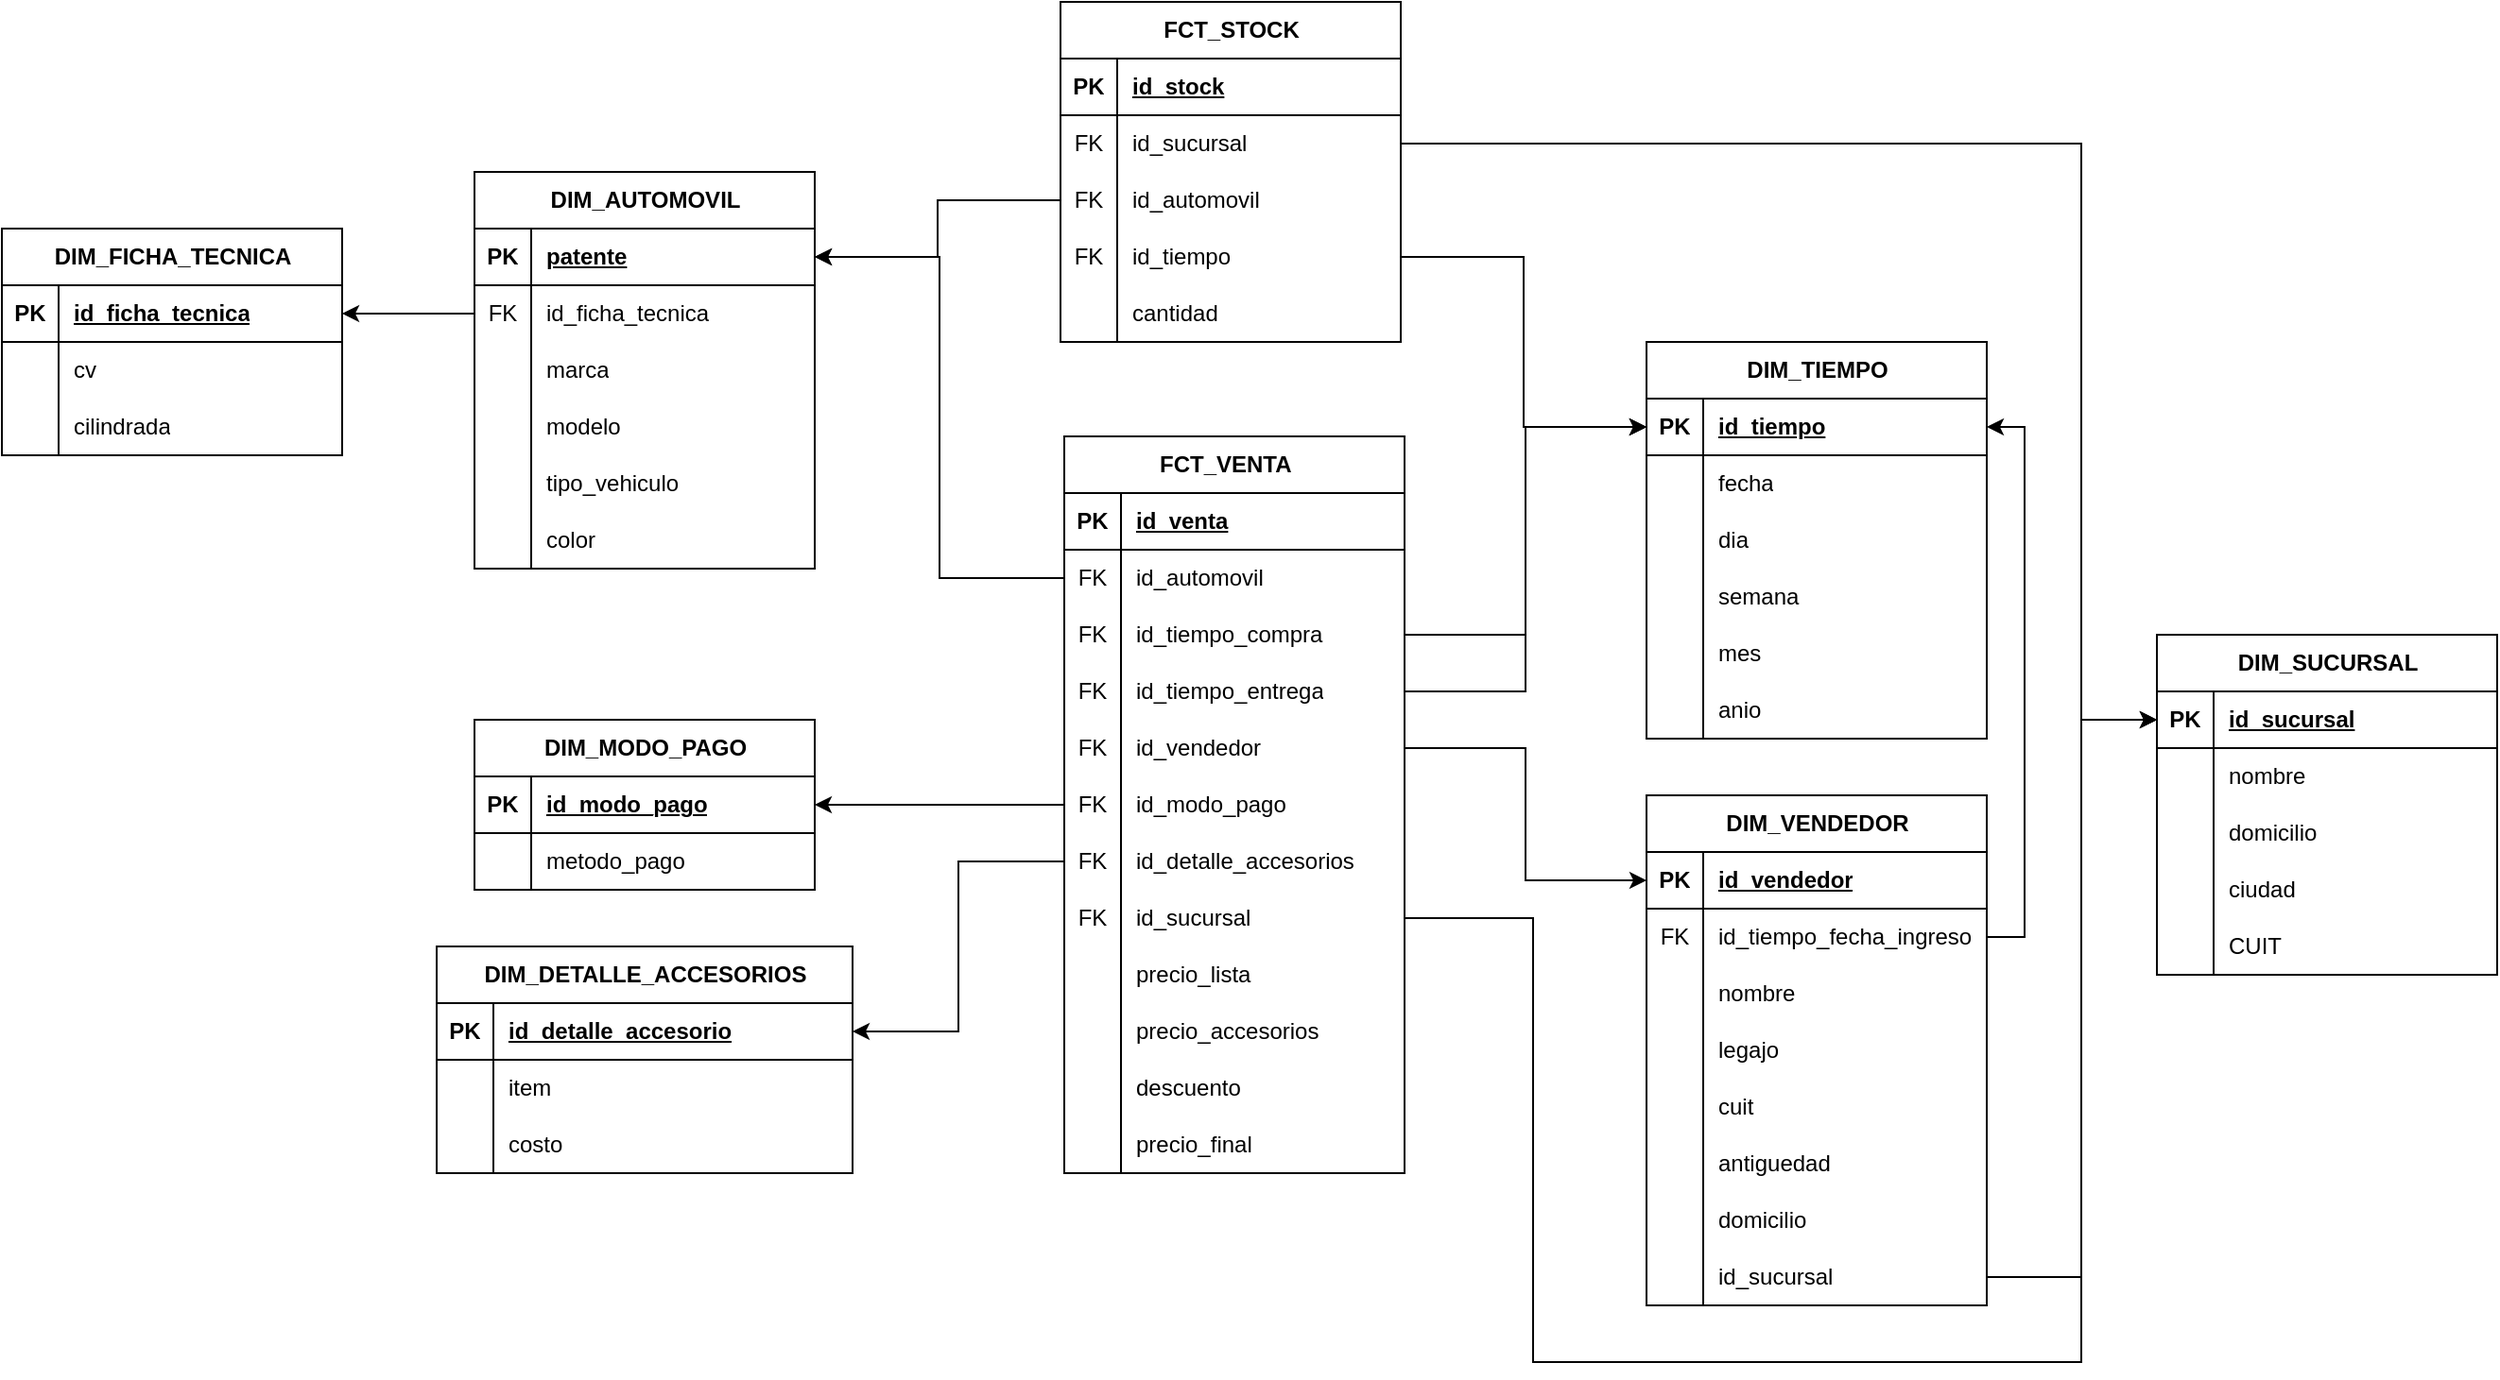
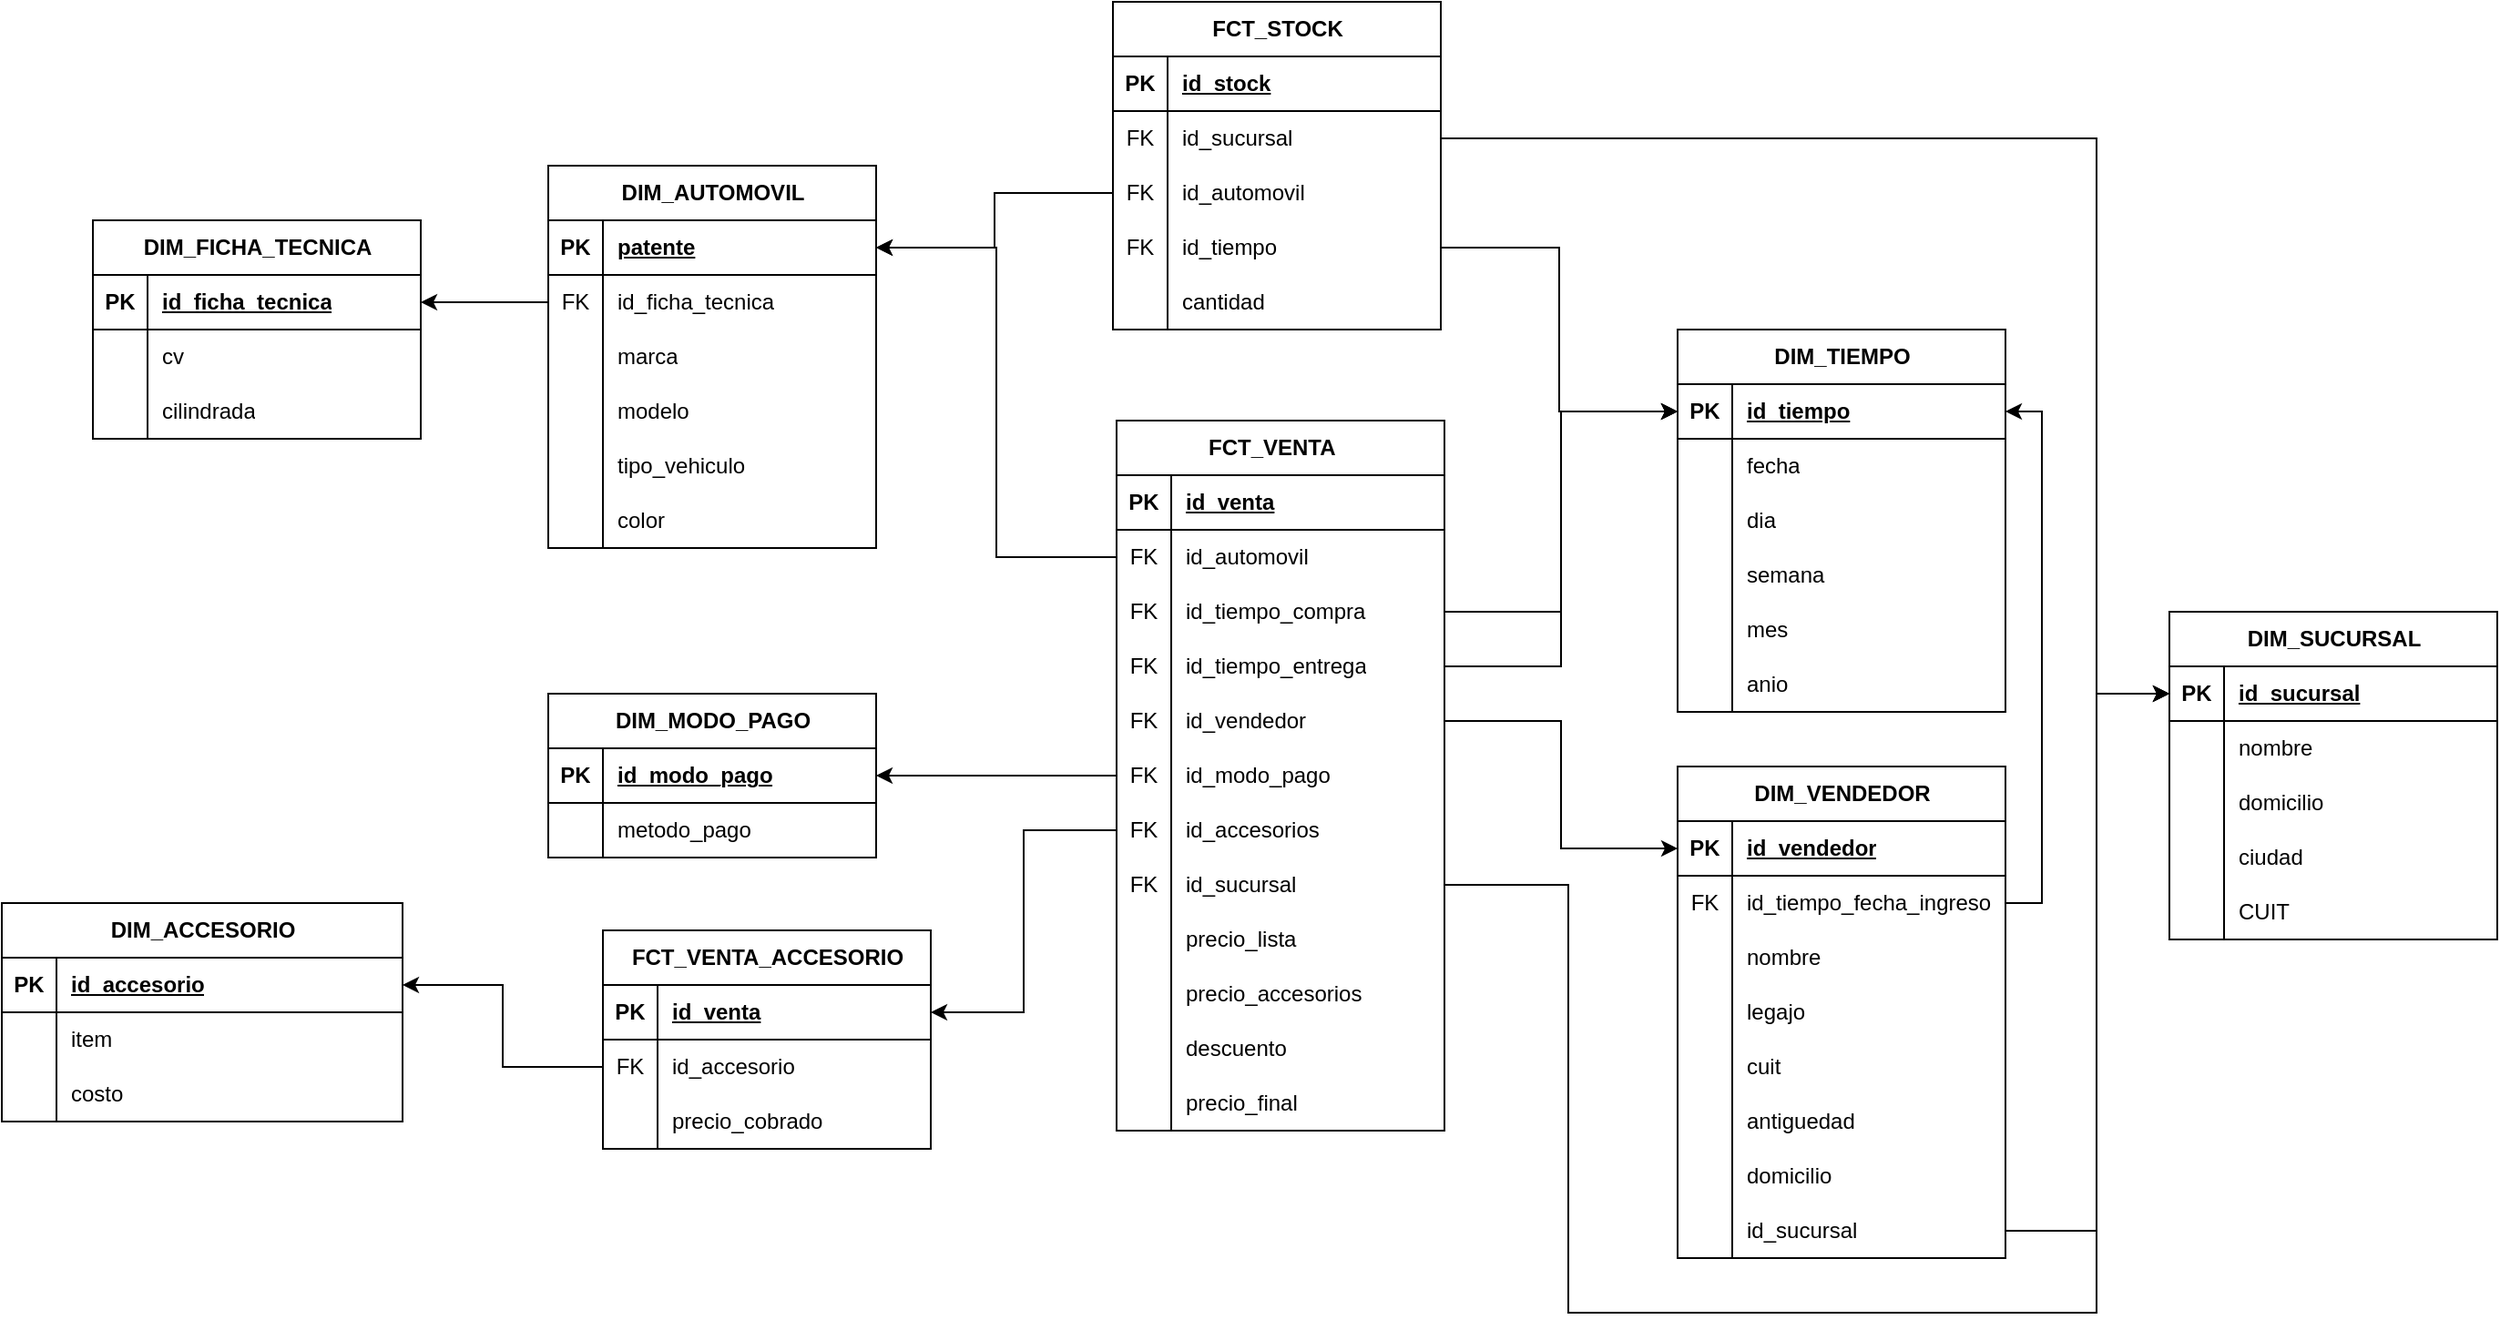
<mxfile host="app.diagrams.net">
  <diagram name="Página-1" id="msOhzYZNF5HMWlpOjL7c">
    <mxGraphModel dx="2592" dy="1884" grid="1" gridSize="10" guides="1" tooltips="1" connect="1" arrows="1" fold="1" page="1" pageScale="1" pageWidth="827" pageHeight="1169" math="0" shadow="0">
      <root>
        <mxCell id="0" />
        <mxCell id="1" parent="0" />
        <mxCell id="yolWoft2z_0ZBsrmm8Kk-500" parent="1" style="shape=table;startSize=30;container=1;collapsible=1;childLayout=tableLayout;fixedRows=1;rowLines=0;fontStyle=1;align=center;resizeLast=1;html=1;" value="DIM_AUTOMOVIL" vertex="1">
          <mxGeometry height="210" width="180" x="150" y="80" as="geometry" />
        </mxCell>
        <mxCell id="yolWoft2z_0ZBsrmm8Kk-501" parent="yolWoft2z_0ZBsrmm8Kk-500" style="shape=tableRow;horizontal=0;startSize=0;swimlaneHead=0;swimlaneBody=0;fillColor=none;collapsible=0;dropTarget=0;points=[[0,0.5],[1,0.5]];portConstraint=eastwest;top=0;left=0;right=0;bottom=1;" value="" vertex="1">
          <mxGeometry height="30" width="180" y="30" as="geometry" />
        </mxCell>
        <mxCell id="yolWoft2z_0ZBsrmm8Kk-502" parent="yolWoft2z_0ZBsrmm8Kk-501" style="shape=partialRectangle;connectable=0;fillColor=none;top=0;left=0;bottom=0;right=0;fontStyle=1;overflow=hidden;whiteSpace=wrap;html=1;" value="PK" vertex="1">
          <mxGeometry height="30" width="30" as="geometry">
            <mxRectangle height="30" width="30" as="alternateBounds" />
          </mxGeometry>
        </mxCell>
        <mxCell id="yolWoft2z_0ZBsrmm8Kk-503" parent="yolWoft2z_0ZBsrmm8Kk-501" style="shape=partialRectangle;connectable=0;fillColor=none;top=0;left=0;bottom=0;right=0;align=left;spacingLeft=6;fontStyle=5;overflow=hidden;whiteSpace=wrap;html=1;" value="patente" vertex="1">
          <mxGeometry height="30" width="150" x="30" as="geometry">
            <mxRectangle height="30" width="150" as="alternateBounds" />
          </mxGeometry>
        </mxCell>
        <mxCell id="yolWoft2z_0ZBsrmm8Kk-504" parent="yolWoft2z_0ZBsrmm8Kk-500" style="shape=tableRow;horizontal=0;startSize=0;swimlaneHead=0;swimlaneBody=0;fillColor=none;collapsible=0;dropTarget=0;points=[[0,0.5],[1,0.5]];portConstraint=eastwest;top=0;left=0;right=0;bottom=0;" value="" vertex="1">
          <mxGeometry height="30" width="180" y="60" as="geometry" />
        </mxCell>
        <mxCell id="yolWoft2z_0ZBsrmm8Kk-505" parent="yolWoft2z_0ZBsrmm8Kk-504" style="shape=partialRectangle;connectable=0;fillColor=none;top=0;left=0;bottom=0;right=0;editable=1;overflow=hidden;whiteSpace=wrap;html=1;" value="FK" vertex="1">
          <mxGeometry height="30" width="30" as="geometry">
            <mxRectangle height="30" width="30" as="alternateBounds" />
          </mxGeometry>
        </mxCell>
        <mxCell id="yolWoft2z_0ZBsrmm8Kk-506" parent="yolWoft2z_0ZBsrmm8Kk-504" style="shape=partialRectangle;connectable=0;fillColor=none;top=0;left=0;bottom=0;right=0;align=left;spacingLeft=6;overflow=hidden;whiteSpace=wrap;html=1;" value="id_ficha_tecnica" vertex="1">
          <mxGeometry height="30" width="150" x="30" as="geometry">
            <mxRectangle height="30" width="150" as="alternateBounds" />
          </mxGeometry>
        </mxCell>
        <mxCell id="yolWoft2z_0ZBsrmm8Kk-614" parent="yolWoft2z_0ZBsrmm8Kk-500" style="shape=tableRow;horizontal=0;startSize=0;swimlaneHead=0;swimlaneBody=0;fillColor=none;collapsible=0;dropTarget=0;points=[[0,0.5],[1,0.5]];portConstraint=eastwest;top=0;left=0;right=0;bottom=0;" value="" vertex="1">
          <mxGeometry height="30" width="180" y="90" as="geometry" />
        </mxCell>
        <mxCell id="yolWoft2z_0ZBsrmm8Kk-615" parent="yolWoft2z_0ZBsrmm8Kk-614" style="shape=partialRectangle;connectable=0;fillColor=none;top=0;left=0;bottom=0;right=0;editable=1;overflow=hidden;whiteSpace=wrap;html=1;" value="" vertex="1">
          <mxGeometry height="30" width="30" as="geometry">
            <mxRectangle height="30" width="30" as="alternateBounds" />
          </mxGeometry>
        </mxCell>
        <mxCell id="yolWoft2z_0ZBsrmm8Kk-616" parent="yolWoft2z_0ZBsrmm8Kk-614" style="shape=partialRectangle;connectable=0;fillColor=none;top=0;left=0;bottom=0;right=0;align=left;spacingLeft=6;overflow=hidden;whiteSpace=wrap;html=1;" value="marca" vertex="1">
          <mxGeometry height="30" width="150" x="30" as="geometry">
            <mxRectangle height="30" width="150" as="alternateBounds" />
          </mxGeometry>
        </mxCell>
        <mxCell id="yolWoft2z_0ZBsrmm8Kk-507" parent="yolWoft2z_0ZBsrmm8Kk-500" style="shape=tableRow;horizontal=0;startSize=0;swimlaneHead=0;swimlaneBody=0;fillColor=none;collapsible=0;dropTarget=0;points=[[0,0.5],[1,0.5]];portConstraint=eastwest;top=0;left=0;right=0;bottom=0;" value="" vertex="1">
          <mxGeometry height="30" width="180" y="120" as="geometry" />
        </mxCell>
        <mxCell id="yolWoft2z_0ZBsrmm8Kk-508" parent="yolWoft2z_0ZBsrmm8Kk-507" style="shape=partialRectangle;connectable=0;fillColor=none;top=0;left=0;bottom=0;right=0;editable=1;overflow=hidden;whiteSpace=wrap;html=1;" value="" vertex="1">
          <mxGeometry height="30" width="30" as="geometry">
            <mxRectangle height="30" width="30" as="alternateBounds" />
          </mxGeometry>
        </mxCell>
        <mxCell id="yolWoft2z_0ZBsrmm8Kk-509" parent="yolWoft2z_0ZBsrmm8Kk-507" style="shape=partialRectangle;connectable=0;fillColor=none;top=0;left=0;bottom=0;right=0;align=left;spacingLeft=6;overflow=hidden;whiteSpace=wrap;html=1;" value="modelo" vertex="1">
          <mxGeometry height="30" width="150" x="30" as="geometry">
            <mxRectangle height="30" width="150" as="alternateBounds" />
          </mxGeometry>
        </mxCell>
        <mxCell id="yolWoft2z_0ZBsrmm8Kk-510" parent="yolWoft2z_0ZBsrmm8Kk-500" style="shape=tableRow;horizontal=0;startSize=0;swimlaneHead=0;swimlaneBody=0;fillColor=none;collapsible=0;dropTarget=0;points=[[0,0.5],[1,0.5]];portConstraint=eastwest;top=0;left=0;right=0;bottom=0;" value="" vertex="1">
          <mxGeometry height="30" width="180" y="150" as="geometry" />
        </mxCell>
        <mxCell id="yolWoft2z_0ZBsrmm8Kk-511" parent="yolWoft2z_0ZBsrmm8Kk-510" style="shape=partialRectangle;connectable=0;fillColor=none;top=0;left=0;bottom=0;right=0;editable=1;overflow=hidden;whiteSpace=wrap;html=1;" value="" vertex="1">
          <mxGeometry height="30" width="30" as="geometry">
            <mxRectangle height="30" width="30" as="alternateBounds" />
          </mxGeometry>
        </mxCell>
        <mxCell id="yolWoft2z_0ZBsrmm8Kk-512" parent="yolWoft2z_0ZBsrmm8Kk-510" style="shape=partialRectangle;connectable=0;fillColor=none;top=0;left=0;bottom=0;right=0;align=left;spacingLeft=6;overflow=hidden;whiteSpace=wrap;html=1;" value="tipo_vehiculo" vertex="1">
          <mxGeometry height="30" width="150" x="30" as="geometry">
            <mxRectangle height="30" width="150" as="alternateBounds" />
          </mxGeometry>
        </mxCell>
        <mxCell id="yolWoft2z_0ZBsrmm8Kk-604" parent="yolWoft2z_0ZBsrmm8Kk-500" style="shape=tableRow;horizontal=0;startSize=0;swimlaneHead=0;swimlaneBody=0;fillColor=none;collapsible=0;dropTarget=0;points=[[0,0.5],[1,0.5]];portConstraint=eastwest;top=0;left=0;right=0;bottom=0;" value="" vertex="1">
          <mxGeometry height="30" width="180" y="180" as="geometry" />
        </mxCell>
        <mxCell id="yolWoft2z_0ZBsrmm8Kk-605" parent="yolWoft2z_0ZBsrmm8Kk-604" style="shape=partialRectangle;connectable=0;fillColor=none;top=0;left=0;bottom=0;right=0;editable=1;overflow=hidden;whiteSpace=wrap;html=1;" value="" vertex="1">
          <mxGeometry height="30" width="30" as="geometry">
            <mxRectangle height="30" width="30" as="alternateBounds" />
          </mxGeometry>
        </mxCell>
        <mxCell id="yolWoft2z_0ZBsrmm8Kk-606" parent="yolWoft2z_0ZBsrmm8Kk-604" style="shape=partialRectangle;connectable=0;fillColor=none;top=0;left=0;bottom=0;right=0;align=left;spacingLeft=6;overflow=hidden;whiteSpace=wrap;html=1;" value="color" vertex="1">
          <mxGeometry height="30" width="150" x="30" as="geometry">
            <mxRectangle height="30" width="150" as="alternateBounds" />
          </mxGeometry>
        </mxCell>
        <mxCell id="yolWoft2z_0ZBsrmm8Kk-513" parent="1" style="shape=table;startSize=30;container=1;collapsible=1;childLayout=tableLayout;fixedRows=1;rowLines=0;fontStyle=1;align=center;resizeLast=1;html=1;" value="FCT_VENTA&lt;span style=&quot;white-space: pre;&quot;&gt;&#x9;&lt;/span&gt;" vertex="1">
          <mxGeometry height="390" width="180" x="462" y="220" as="geometry" />
        </mxCell>
        <mxCell id="yolWoft2z_0ZBsrmm8Kk-514" parent="yolWoft2z_0ZBsrmm8Kk-513" style="shape=tableRow;horizontal=0;startSize=0;swimlaneHead=0;swimlaneBody=0;fillColor=none;collapsible=0;dropTarget=0;points=[[0,0.5],[1,0.5]];portConstraint=eastwest;top=0;left=0;right=0;bottom=1;" value="" vertex="1">
          <mxGeometry height="30" width="180" y="30" as="geometry" />
        </mxCell>
        <mxCell id="yolWoft2z_0ZBsrmm8Kk-515" parent="yolWoft2z_0ZBsrmm8Kk-514" style="shape=partialRectangle;connectable=0;fillColor=none;top=0;left=0;bottom=0;right=0;fontStyle=1;overflow=hidden;whiteSpace=wrap;html=1;" value="PK" vertex="1">
          <mxGeometry height="30" width="30" as="geometry">
            <mxRectangle height="30" width="30" as="alternateBounds" />
          </mxGeometry>
        </mxCell>
        <mxCell id="yolWoft2z_0ZBsrmm8Kk-516" parent="yolWoft2z_0ZBsrmm8Kk-514" style="shape=partialRectangle;connectable=0;fillColor=none;top=0;left=0;bottom=0;right=0;align=left;spacingLeft=6;fontStyle=5;overflow=hidden;whiteSpace=wrap;html=1;" value="id_venta" vertex="1">
          <mxGeometry height="30" width="150" x="30" as="geometry">
            <mxRectangle height="30" width="150" as="alternateBounds" />
          </mxGeometry>
        </mxCell>
        <mxCell id="yolWoft2z_0ZBsrmm8Kk-517" parent="yolWoft2z_0ZBsrmm8Kk-513" style="shape=tableRow;horizontal=0;startSize=0;swimlaneHead=0;swimlaneBody=0;fillColor=none;collapsible=0;dropTarget=0;points=[[0,0.5],[1,0.5]];portConstraint=eastwest;top=0;left=0;right=0;bottom=0;" value="" vertex="1">
          <mxGeometry height="30" width="180" y="60" as="geometry" />
        </mxCell>
        <mxCell id="yolWoft2z_0ZBsrmm8Kk-518" parent="yolWoft2z_0ZBsrmm8Kk-517" style="shape=partialRectangle;connectable=0;fillColor=none;top=0;left=0;bottom=0;right=0;editable=1;overflow=hidden;whiteSpace=wrap;html=1;" value="FK" vertex="1">
          <mxGeometry height="30" width="30" as="geometry">
            <mxRectangle height="30" width="30" as="alternateBounds" />
          </mxGeometry>
        </mxCell>
        <mxCell id="yolWoft2z_0ZBsrmm8Kk-519" parent="yolWoft2z_0ZBsrmm8Kk-517" style="shape=partialRectangle;connectable=0;fillColor=none;top=0;left=0;bottom=0;right=0;align=left;spacingLeft=6;overflow=hidden;whiteSpace=wrap;html=1;" value="id_automovil" vertex="1">
          <mxGeometry height="30" width="150" x="30" as="geometry">
            <mxRectangle height="30" width="150" as="alternateBounds" />
          </mxGeometry>
        </mxCell>
        <mxCell id="yolWoft2z_0ZBsrmm8Kk-520" parent="yolWoft2z_0ZBsrmm8Kk-513" style="shape=tableRow;horizontal=0;startSize=0;swimlaneHead=0;swimlaneBody=0;fillColor=none;collapsible=0;dropTarget=0;points=[[0,0.5],[1,0.5]];portConstraint=eastwest;top=0;left=0;right=0;bottom=0;" value="" vertex="1">
          <mxGeometry height="30" width="180" y="90" as="geometry" />
        </mxCell>
        <mxCell id="yolWoft2z_0ZBsrmm8Kk-521" parent="yolWoft2z_0ZBsrmm8Kk-520" style="shape=partialRectangle;connectable=0;fillColor=none;top=0;left=0;bottom=0;right=0;editable=1;overflow=hidden;whiteSpace=wrap;html=1;" value="FK" vertex="1">
          <mxGeometry height="30" width="30" as="geometry">
            <mxRectangle height="30" width="30" as="alternateBounds" />
          </mxGeometry>
        </mxCell>
        <mxCell id="yolWoft2z_0ZBsrmm8Kk-522" parent="yolWoft2z_0ZBsrmm8Kk-520" style="shape=partialRectangle;connectable=0;fillColor=none;top=0;left=0;bottom=0;right=0;align=left;spacingLeft=6;overflow=hidden;whiteSpace=wrap;html=1;" value="id_tiempo_compra" vertex="1">
          <mxGeometry height="30" width="150" x="30" as="geometry">
            <mxRectangle height="30" width="150" as="alternateBounds" />
          </mxGeometry>
        </mxCell>
        <mxCell id="yolWoft2z_0ZBsrmm8Kk-742" parent="yolWoft2z_0ZBsrmm8Kk-513" style="shape=tableRow;horizontal=0;startSize=0;swimlaneHead=0;swimlaneBody=0;fillColor=none;collapsible=0;dropTarget=0;points=[[0,0.5],[1,0.5]];portConstraint=eastwest;top=0;left=0;right=0;bottom=0;" value="" vertex="1">
          <mxGeometry height="30" width="180" y="120" as="geometry" />
        </mxCell>
        <mxCell id="yolWoft2z_0ZBsrmm8Kk-743" parent="yolWoft2z_0ZBsrmm8Kk-742" style="shape=partialRectangle;connectable=0;fillColor=none;top=0;left=0;bottom=0;right=0;editable=1;overflow=hidden;whiteSpace=wrap;html=1;" value="FK" vertex="1">
          <mxGeometry height="30" width="30" as="geometry">
            <mxRectangle height="30" width="30" as="alternateBounds" />
          </mxGeometry>
        </mxCell>
        <mxCell id="yolWoft2z_0ZBsrmm8Kk-744" parent="yolWoft2z_0ZBsrmm8Kk-742" style="shape=partialRectangle;connectable=0;fillColor=none;top=0;left=0;bottom=0;right=0;align=left;spacingLeft=6;overflow=hidden;whiteSpace=wrap;html=1;" value="id_tiempo_entrega" vertex="1">
          <mxGeometry height="30" width="150" x="30" as="geometry">
            <mxRectangle height="30" width="150" as="alternateBounds" />
          </mxGeometry>
        </mxCell>
        <mxCell id="yolWoft2z_0ZBsrmm8Kk-523" parent="yolWoft2z_0ZBsrmm8Kk-513" style="shape=tableRow;horizontal=0;startSize=0;swimlaneHead=0;swimlaneBody=0;fillColor=none;collapsible=0;dropTarget=0;points=[[0,0.5],[1,0.5]];portConstraint=eastwest;top=0;left=0;right=0;bottom=0;" value="" vertex="1">
          <mxGeometry height="30" width="180" y="150" as="geometry" />
        </mxCell>
        <mxCell id="yolWoft2z_0ZBsrmm8Kk-524" parent="yolWoft2z_0ZBsrmm8Kk-523" style="shape=partialRectangle;connectable=0;fillColor=none;top=0;left=0;bottom=0;right=0;editable=1;overflow=hidden;whiteSpace=wrap;html=1;" value="FK" vertex="1">
          <mxGeometry height="30" width="30" as="geometry">
            <mxRectangle height="30" width="30" as="alternateBounds" />
          </mxGeometry>
        </mxCell>
        <mxCell id="yolWoft2z_0ZBsrmm8Kk-525" parent="yolWoft2z_0ZBsrmm8Kk-523" style="shape=partialRectangle;connectable=0;fillColor=none;top=0;left=0;bottom=0;right=0;align=left;spacingLeft=6;overflow=hidden;whiteSpace=wrap;html=1;" value="id_vendedor" vertex="1">
          <mxGeometry height="30" width="150" x="30" as="geometry">
            <mxRectangle height="30" width="150" as="alternateBounds" />
          </mxGeometry>
        </mxCell>
        <mxCell id="yolWoft2z_0ZBsrmm8Kk-682" parent="yolWoft2z_0ZBsrmm8Kk-513" style="shape=tableRow;horizontal=0;startSize=0;swimlaneHead=0;swimlaneBody=0;fillColor=none;collapsible=0;dropTarget=0;points=[[0,0.5],[1,0.5]];portConstraint=eastwest;top=0;left=0;right=0;bottom=0;" value="" vertex="1">
          <mxGeometry height="30" width="180" y="180" as="geometry" />
        </mxCell>
        <mxCell id="yolWoft2z_0ZBsrmm8Kk-683" parent="yolWoft2z_0ZBsrmm8Kk-682" style="shape=partialRectangle;connectable=0;fillColor=none;top=0;left=0;bottom=0;right=0;editable=1;overflow=hidden;whiteSpace=wrap;html=1;" value="FK" vertex="1">
          <mxGeometry height="30" width="30" as="geometry">
            <mxRectangle height="30" width="30" as="alternateBounds" />
          </mxGeometry>
        </mxCell>
        <mxCell id="yolWoft2z_0ZBsrmm8Kk-684" parent="yolWoft2z_0ZBsrmm8Kk-682" style="shape=partialRectangle;connectable=0;fillColor=none;top=0;left=0;bottom=0;right=0;align=left;spacingLeft=6;overflow=hidden;whiteSpace=wrap;html=1;" value="id_modo_pago" vertex="1">
          <mxGeometry height="30" width="150" x="30" as="geometry">
            <mxRectangle height="30" width="150" as="alternateBounds" />
          </mxGeometry>
        </mxCell>
        <mxCell id="yolWoft2z_0ZBsrmm8Kk-728" parent="yolWoft2z_0ZBsrmm8Kk-513" style="shape=tableRow;horizontal=0;startSize=0;swimlaneHead=0;swimlaneBody=0;fillColor=none;collapsible=0;dropTarget=0;points=[[0,0.5],[1,0.5]];portConstraint=eastwest;top=0;left=0;right=0;bottom=0;" value="" vertex="1">
          <mxGeometry height="30" width="180" y="210" as="geometry" />
        </mxCell>
        <mxCell id="yolWoft2z_0ZBsrmm8Kk-729" parent="yolWoft2z_0ZBsrmm8Kk-728" style="shape=partialRectangle;connectable=0;fillColor=none;top=0;left=0;bottom=0;right=0;editable=1;overflow=hidden;whiteSpace=wrap;html=1;" value="FK" vertex="1">
          <mxGeometry height="30" width="30" as="geometry">
            <mxRectangle height="30" width="30" as="alternateBounds" />
          </mxGeometry>
        </mxCell>
-         <mxCell id="yolWoft2z_0ZBsrmm8Kk-730" parent="yolWoft2z_0ZBsrmm8Kk-728" style="shape=partialRectangle;connectable=0;fillColor=none;top=0;left=0;bottom=0;right=0;align=left;spacingLeft=6;overflow=hidden;whiteSpace=wrap;html=1;" value="id_detalle_accesorios" vertex="1">
+         <mxCell id="yolWoft2z_0ZBsrmm8Kk-730" parent="yolWoft2z_0ZBsrmm8Kk-728" style="shape=partialRectangle;connectable=0;fillColor=none;top=0;left=0;bottom=0;right=0;align=left;spacingLeft=6;overflow=hidden;whiteSpace=wrap;html=1;" value="id_accesorios" vertex="1">
          <mxGeometry height="30" width="150" x="30" as="geometry">
            <mxRectangle height="30" width="150" as="alternateBounds" />
          </mxGeometry>
        </mxCell>
        <mxCell id="yolWoft2z_0ZBsrmm8Kk-763" parent="yolWoft2z_0ZBsrmm8Kk-513" style="shape=tableRow;horizontal=0;startSize=0;swimlaneHead=0;swimlaneBody=0;fillColor=none;collapsible=0;dropTarget=0;points=[[0,0.5],[1,0.5]];portConstraint=eastwest;top=0;left=0;right=0;bottom=0;" value="" vertex="1">
          <mxGeometry height="30" width="180" y="240" as="geometry" />
        </mxCell>
        <mxCell id="yolWoft2z_0ZBsrmm8Kk-764" parent="yolWoft2z_0ZBsrmm8Kk-763" style="shape=partialRectangle;connectable=0;fillColor=none;top=0;left=0;bottom=0;right=0;editable=1;overflow=hidden;whiteSpace=wrap;html=1;" value="FK" vertex="1">
          <mxGeometry height="30" width="30" as="geometry">
            <mxRectangle height="30" width="30" as="alternateBounds" />
          </mxGeometry>
        </mxCell>
        <mxCell id="yolWoft2z_0ZBsrmm8Kk-765" parent="yolWoft2z_0ZBsrmm8Kk-763" style="shape=partialRectangle;connectable=0;fillColor=none;top=0;left=0;bottom=0;right=0;align=left;spacingLeft=6;overflow=hidden;whiteSpace=wrap;html=1;" value="id_sucursal" vertex="1">
          <mxGeometry height="30" width="150" x="30" as="geometry">
            <mxRectangle height="30" width="150" as="alternateBounds" />
          </mxGeometry>
        </mxCell>
        <mxCell id="yolWoft2z_0ZBsrmm8Kk-685" parent="yolWoft2z_0ZBsrmm8Kk-513" style="shape=tableRow;horizontal=0;startSize=0;swimlaneHead=0;swimlaneBody=0;fillColor=none;collapsible=0;dropTarget=0;points=[[0,0.5],[1,0.5]];portConstraint=eastwest;top=0;left=0;right=0;bottom=0;" value="" vertex="1">
          <mxGeometry height="30" width="180" y="270" as="geometry" />
        </mxCell>
        <mxCell id="yolWoft2z_0ZBsrmm8Kk-686" parent="yolWoft2z_0ZBsrmm8Kk-685" style="shape=partialRectangle;connectable=0;fillColor=none;top=0;left=0;bottom=0;right=0;editable=1;overflow=hidden;whiteSpace=wrap;html=1;" value="" vertex="1">
          <mxGeometry height="30" width="30" as="geometry">
            <mxRectangle height="30" width="30" as="alternateBounds" />
          </mxGeometry>
        </mxCell>
        <mxCell id="yolWoft2z_0ZBsrmm8Kk-687" parent="yolWoft2z_0ZBsrmm8Kk-685" style="shape=partialRectangle;connectable=0;fillColor=none;top=0;left=0;bottom=0;right=0;align=left;spacingLeft=6;overflow=hidden;whiteSpace=wrap;html=1;" value="precio_lista" vertex="1">
          <mxGeometry height="30" width="150" x="30" as="geometry">
            <mxRectangle height="30" width="150" as="alternateBounds" />
          </mxGeometry>
        </mxCell>
        <mxCell id="yolWoft2z_0ZBsrmm8Kk-688" parent="yolWoft2z_0ZBsrmm8Kk-513" style="shape=tableRow;horizontal=0;startSize=0;swimlaneHead=0;swimlaneBody=0;fillColor=none;collapsible=0;dropTarget=0;points=[[0,0.5],[1,0.5]];portConstraint=eastwest;top=0;left=0;right=0;bottom=0;" value="" vertex="1">
          <mxGeometry height="30" width="180" y="300" as="geometry" />
        </mxCell>
        <mxCell id="yolWoft2z_0ZBsrmm8Kk-689" parent="yolWoft2z_0ZBsrmm8Kk-688" style="shape=partialRectangle;connectable=0;fillColor=none;top=0;left=0;bottom=0;right=0;editable=1;overflow=hidden;whiteSpace=wrap;html=1;" value="" vertex="1">
          <mxGeometry height="30" width="30" as="geometry">
            <mxRectangle height="30" width="30" as="alternateBounds" />
          </mxGeometry>
        </mxCell>
        <mxCell id="yolWoft2z_0ZBsrmm8Kk-690" parent="yolWoft2z_0ZBsrmm8Kk-688" style="shape=partialRectangle;connectable=0;fillColor=none;top=0;left=0;bottom=0;right=0;align=left;spacingLeft=6;overflow=hidden;whiteSpace=wrap;html=1;" value="precio_accesorios" vertex="1">
          <mxGeometry height="30" width="150" x="30" as="geometry">
            <mxRectangle height="30" width="150" as="alternateBounds" />
          </mxGeometry>
        </mxCell>
        <mxCell id="yolWoft2z_0ZBsrmm8Kk-691" parent="yolWoft2z_0ZBsrmm8Kk-513" style="shape=tableRow;horizontal=0;startSize=0;swimlaneHead=0;swimlaneBody=0;fillColor=none;collapsible=0;dropTarget=0;points=[[0,0.5],[1,0.5]];portConstraint=eastwest;top=0;left=0;right=0;bottom=0;" value="" vertex="1">
          <mxGeometry height="30" width="180" y="330" as="geometry" />
        </mxCell>
        <mxCell id="yolWoft2z_0ZBsrmm8Kk-692" parent="yolWoft2z_0ZBsrmm8Kk-691" style="shape=partialRectangle;connectable=0;fillColor=none;top=0;left=0;bottom=0;right=0;editable=1;overflow=hidden;whiteSpace=wrap;html=1;" value="" vertex="1">
          <mxGeometry height="30" width="30" as="geometry">
            <mxRectangle height="30" width="30" as="alternateBounds" />
          </mxGeometry>
        </mxCell>
        <mxCell id="yolWoft2z_0ZBsrmm8Kk-693" parent="yolWoft2z_0ZBsrmm8Kk-691" style="shape=partialRectangle;connectable=0;fillColor=none;top=0;left=0;bottom=0;right=0;align=left;spacingLeft=6;overflow=hidden;whiteSpace=wrap;html=1;" value="descuento" vertex="1">
          <mxGeometry height="30" width="150" x="30" as="geometry">
            <mxRectangle height="30" width="150" as="alternateBounds" />
          </mxGeometry>
        </mxCell>
        <mxCell id="yolWoft2z_0ZBsrmm8Kk-694" parent="yolWoft2z_0ZBsrmm8Kk-513" style="shape=tableRow;horizontal=0;startSize=0;swimlaneHead=0;swimlaneBody=0;fillColor=none;collapsible=0;dropTarget=0;points=[[0,0.5],[1,0.5]];portConstraint=eastwest;top=0;left=0;right=0;bottom=0;" value="" vertex="1">
          <mxGeometry height="30" width="180" y="360" as="geometry" />
        </mxCell>
        <mxCell id="yolWoft2z_0ZBsrmm8Kk-695" parent="yolWoft2z_0ZBsrmm8Kk-694" style="shape=partialRectangle;connectable=0;fillColor=none;top=0;left=0;bottom=0;right=0;editable=1;overflow=hidden;whiteSpace=wrap;html=1;" value="" vertex="1">
          <mxGeometry height="30" width="30" as="geometry">
            <mxRectangle height="30" width="30" as="alternateBounds" />
          </mxGeometry>
        </mxCell>
        <mxCell id="yolWoft2z_0ZBsrmm8Kk-696" parent="yolWoft2z_0ZBsrmm8Kk-694" style="shape=partialRectangle;connectable=0;fillColor=none;top=0;left=0;bottom=0;right=0;align=left;spacingLeft=6;overflow=hidden;whiteSpace=wrap;html=1;" value="precio_final" vertex="1">
          <mxGeometry height="30" width="150" x="30" as="geometry">
            <mxRectangle height="30" width="150" as="alternateBounds" />
          </mxGeometry>
        </mxCell>
        <mxCell id="yolWoft2z_0ZBsrmm8Kk-539" parent="1" style="shape=table;startSize=30;container=1;collapsible=1;childLayout=tableLayout;fixedRows=1;rowLines=0;fontStyle=1;align=center;resizeLast=1;html=1;" value="DIM_FICHA_TECNICA" vertex="1">
          <mxGeometry height="120" width="180" x="-100" y="110" as="geometry" />
        </mxCell>
        <mxCell id="yolWoft2z_0ZBsrmm8Kk-540" parent="yolWoft2z_0ZBsrmm8Kk-539" style="shape=tableRow;horizontal=0;startSize=0;swimlaneHead=0;swimlaneBody=0;fillColor=none;collapsible=0;dropTarget=0;points=[[0,0.5],[1,0.5]];portConstraint=eastwest;top=0;left=0;right=0;bottom=1;" value="" vertex="1">
          <mxGeometry height="30" width="180" y="30" as="geometry" />
        </mxCell>
        <mxCell id="yolWoft2z_0ZBsrmm8Kk-541" parent="yolWoft2z_0ZBsrmm8Kk-540" style="shape=partialRectangle;connectable=0;fillColor=none;top=0;left=0;bottom=0;right=0;fontStyle=1;overflow=hidden;whiteSpace=wrap;html=1;" value="PK" vertex="1">
          <mxGeometry height="30" width="30" as="geometry">
            <mxRectangle height="30" width="30" as="alternateBounds" />
          </mxGeometry>
        </mxCell>
        <mxCell id="yolWoft2z_0ZBsrmm8Kk-542" parent="yolWoft2z_0ZBsrmm8Kk-540" style="shape=partialRectangle;connectable=0;fillColor=none;top=0;left=0;bottom=0;right=0;align=left;spacingLeft=6;fontStyle=5;overflow=hidden;whiteSpace=wrap;html=1;" value="id_ficha_tecnica" vertex="1">
          <mxGeometry height="30" width="150" x="30" as="geometry">
            <mxRectangle height="30" width="150" as="alternateBounds" />
          </mxGeometry>
        </mxCell>
        <mxCell id="yolWoft2z_0ZBsrmm8Kk-543" parent="yolWoft2z_0ZBsrmm8Kk-539" style="shape=tableRow;horizontal=0;startSize=0;swimlaneHead=0;swimlaneBody=0;fillColor=none;collapsible=0;dropTarget=0;points=[[0,0.5],[1,0.5]];portConstraint=eastwest;top=0;left=0;right=0;bottom=0;" value="" vertex="1">
          <mxGeometry height="30" width="180" y="60" as="geometry" />
        </mxCell>
        <mxCell id="yolWoft2z_0ZBsrmm8Kk-544" parent="yolWoft2z_0ZBsrmm8Kk-543" style="shape=partialRectangle;connectable=0;fillColor=none;top=0;left=0;bottom=0;right=0;editable=1;overflow=hidden;whiteSpace=wrap;html=1;" value="" vertex="1">
          <mxGeometry height="30" width="30" as="geometry">
            <mxRectangle height="30" width="30" as="alternateBounds" />
          </mxGeometry>
        </mxCell>
        <mxCell id="yolWoft2z_0ZBsrmm8Kk-545" parent="yolWoft2z_0ZBsrmm8Kk-543" style="shape=partialRectangle;connectable=0;fillColor=none;top=0;left=0;bottom=0;right=0;align=left;spacingLeft=6;overflow=hidden;whiteSpace=wrap;html=1;" value="cv" vertex="1">
          <mxGeometry height="30" width="150" x="30" as="geometry">
            <mxRectangle height="30" width="150" as="alternateBounds" />
          </mxGeometry>
        </mxCell>
        <mxCell id="yolWoft2z_0ZBsrmm8Kk-546" parent="yolWoft2z_0ZBsrmm8Kk-539" style="shape=tableRow;horizontal=0;startSize=0;swimlaneHead=0;swimlaneBody=0;fillColor=none;collapsible=0;dropTarget=0;points=[[0,0.5],[1,0.5]];portConstraint=eastwest;top=0;left=0;right=0;bottom=0;" value="" vertex="1">
          <mxGeometry height="30" width="180" y="90" as="geometry" />
        </mxCell>
        <mxCell id="yolWoft2z_0ZBsrmm8Kk-547" parent="yolWoft2z_0ZBsrmm8Kk-546" style="shape=partialRectangle;connectable=0;fillColor=none;top=0;left=0;bottom=0;right=0;editable=1;overflow=hidden;whiteSpace=wrap;html=1;" value="" vertex="1">
          <mxGeometry height="30" width="30" as="geometry">
            <mxRectangle height="30" width="30" as="alternateBounds" />
          </mxGeometry>
        </mxCell>
        <mxCell id="yolWoft2z_0ZBsrmm8Kk-548" parent="yolWoft2z_0ZBsrmm8Kk-546" style="shape=partialRectangle;connectable=0;fillColor=none;top=0;left=0;bottom=0;right=0;align=left;spacingLeft=6;overflow=hidden;whiteSpace=wrap;html=1;" value="cilindrada" vertex="1">
          <mxGeometry height="30" width="150" x="30" as="geometry">
            <mxRectangle height="30" width="150" as="alternateBounds" />
          </mxGeometry>
        </mxCell>
        <mxCell id="yolWoft2z_0ZBsrmm8Kk-552" parent="1" style="shape=table;startSize=30;container=1;collapsible=1;childLayout=tableLayout;fixedRows=1;rowLines=0;fontStyle=1;align=center;resizeLast=1;html=1;" value="DIM_VENDEDOR" vertex="1">
          <mxGeometry height="270" width="180" x="770" y="410" as="geometry" />
        </mxCell>
        <mxCell id="yolWoft2z_0ZBsrmm8Kk-553" parent="yolWoft2z_0ZBsrmm8Kk-552" style="shape=tableRow;horizontal=0;startSize=0;swimlaneHead=0;swimlaneBody=0;fillColor=none;collapsible=0;dropTarget=0;points=[[0,0.5],[1,0.5]];portConstraint=eastwest;top=0;left=0;right=0;bottom=1;" value="" vertex="1">
          <mxGeometry height="30" width="180" y="30" as="geometry" />
        </mxCell>
        <mxCell id="yolWoft2z_0ZBsrmm8Kk-554" parent="yolWoft2z_0ZBsrmm8Kk-553" style="shape=partialRectangle;connectable=0;fillColor=none;top=0;left=0;bottom=0;right=0;fontStyle=1;overflow=hidden;whiteSpace=wrap;html=1;" value="PK" vertex="1">
          <mxGeometry height="30" width="30" as="geometry">
            <mxRectangle height="30" width="30" as="alternateBounds" />
          </mxGeometry>
        </mxCell>
        <mxCell id="yolWoft2z_0ZBsrmm8Kk-555" parent="yolWoft2z_0ZBsrmm8Kk-553" style="shape=partialRectangle;connectable=0;fillColor=none;top=0;left=0;bottom=0;right=0;align=left;spacingLeft=6;fontStyle=5;overflow=hidden;whiteSpace=wrap;html=1;" value="id_vendedor" vertex="1">
          <mxGeometry height="30" width="150" x="30" as="geometry">
            <mxRectangle height="30" width="150" as="alternateBounds" />
          </mxGeometry>
        </mxCell>
        <mxCell id="yolWoft2z_0ZBsrmm8Kk-556" parent="yolWoft2z_0ZBsrmm8Kk-552" style="shape=tableRow;horizontal=0;startSize=0;swimlaneHead=0;swimlaneBody=0;fillColor=none;collapsible=0;dropTarget=0;points=[[0,0.5],[1,0.5]];portConstraint=eastwest;top=0;left=0;right=0;bottom=0;" value="" vertex="1">
          <mxGeometry height="30" width="180" y="60" as="geometry" />
        </mxCell>
        <mxCell id="yolWoft2z_0ZBsrmm8Kk-557" parent="yolWoft2z_0ZBsrmm8Kk-556" style="shape=partialRectangle;connectable=0;fillColor=none;top=0;left=0;bottom=0;right=0;editable=1;overflow=hidden;whiteSpace=wrap;html=1;" value="FK" vertex="1">
          <mxGeometry height="30" width="30" as="geometry">
            <mxRectangle height="30" width="30" as="alternateBounds" />
          </mxGeometry>
        </mxCell>
        <mxCell id="yolWoft2z_0ZBsrmm8Kk-558" parent="yolWoft2z_0ZBsrmm8Kk-556" style="shape=partialRectangle;connectable=0;fillColor=none;top=0;left=0;bottom=0;right=0;align=left;spacingLeft=6;overflow=hidden;whiteSpace=wrap;html=1;" value="id_tiempo_fecha_ingreso" vertex="1">
          <mxGeometry height="30" width="150" x="30" as="geometry">
            <mxRectangle height="30" width="150" as="alternateBounds" />
          </mxGeometry>
        </mxCell>
        <mxCell id="yolWoft2z_0ZBsrmm8Kk-755" parent="yolWoft2z_0ZBsrmm8Kk-552" style="shape=tableRow;horizontal=0;startSize=0;swimlaneHead=0;swimlaneBody=0;fillColor=none;collapsible=0;dropTarget=0;points=[[0,0.5],[1,0.5]];portConstraint=eastwest;top=0;left=0;right=0;bottom=0;" value="" vertex="1">
          <mxGeometry height="30" width="180" y="90" as="geometry" />
        </mxCell>
        <mxCell id="yolWoft2z_0ZBsrmm8Kk-756" parent="yolWoft2z_0ZBsrmm8Kk-755" style="shape=partialRectangle;connectable=0;fillColor=none;top=0;left=0;bottom=0;right=0;editable=1;overflow=hidden;whiteSpace=wrap;html=1;" value="" vertex="1">
          <mxGeometry height="30" width="30" as="geometry">
            <mxRectangle height="30" width="30" as="alternateBounds" />
          </mxGeometry>
        </mxCell>
        <mxCell id="yolWoft2z_0ZBsrmm8Kk-757" parent="yolWoft2z_0ZBsrmm8Kk-755" style="shape=partialRectangle;connectable=0;fillColor=none;top=0;left=0;bottom=0;right=0;align=left;spacingLeft=6;overflow=hidden;whiteSpace=wrap;html=1;" value="nombre" vertex="1">
          <mxGeometry height="30" width="150" x="30" as="geometry">
            <mxRectangle height="30" width="150" as="alternateBounds" />
          </mxGeometry>
        </mxCell>
        <mxCell id="yolWoft2z_0ZBsrmm8Kk-746" parent="yolWoft2z_0ZBsrmm8Kk-552" style="shape=tableRow;horizontal=0;startSize=0;swimlaneHead=0;swimlaneBody=0;fillColor=none;collapsible=0;dropTarget=0;points=[[0,0.5],[1,0.5]];portConstraint=eastwest;top=0;left=0;right=0;bottom=0;" value="" vertex="1">
          <mxGeometry height="30" width="180" y="120" as="geometry" />
        </mxCell>
        <mxCell id="yolWoft2z_0ZBsrmm8Kk-747" parent="yolWoft2z_0ZBsrmm8Kk-746" style="shape=partialRectangle;connectable=0;fillColor=none;top=0;left=0;bottom=0;right=0;editable=1;overflow=hidden;whiteSpace=wrap;html=1;" value="" vertex="1">
          <mxGeometry height="30" width="30" as="geometry">
            <mxRectangle height="30" width="30" as="alternateBounds" />
          </mxGeometry>
        </mxCell>
        <mxCell id="yolWoft2z_0ZBsrmm8Kk-748" parent="yolWoft2z_0ZBsrmm8Kk-746" style="shape=partialRectangle;connectable=0;fillColor=none;top=0;left=0;bottom=0;right=0;align=left;spacingLeft=6;overflow=hidden;whiteSpace=wrap;html=1;" value="legajo" vertex="1">
          <mxGeometry height="30" width="150" x="30" as="geometry">
            <mxRectangle height="30" width="150" as="alternateBounds" />
          </mxGeometry>
        </mxCell>
        <mxCell id="yolWoft2z_0ZBsrmm8Kk-749" parent="yolWoft2z_0ZBsrmm8Kk-552" style="shape=tableRow;horizontal=0;startSize=0;swimlaneHead=0;swimlaneBody=0;fillColor=none;collapsible=0;dropTarget=0;points=[[0,0.5],[1,0.5]];portConstraint=eastwest;top=0;left=0;right=0;bottom=0;" value="" vertex="1">
          <mxGeometry height="30" width="180" y="150" as="geometry" />
        </mxCell>
        <mxCell id="yolWoft2z_0ZBsrmm8Kk-750" parent="yolWoft2z_0ZBsrmm8Kk-749" style="shape=partialRectangle;connectable=0;fillColor=none;top=0;left=0;bottom=0;right=0;editable=1;overflow=hidden;whiteSpace=wrap;html=1;" value="" vertex="1">
          <mxGeometry height="30" width="30" as="geometry">
            <mxRectangle height="30" width="30" as="alternateBounds" />
          </mxGeometry>
        </mxCell>
        <mxCell id="yolWoft2z_0ZBsrmm8Kk-751" parent="yolWoft2z_0ZBsrmm8Kk-749" style="shape=partialRectangle;connectable=0;fillColor=none;top=0;left=0;bottom=0;right=0;align=left;spacingLeft=6;overflow=hidden;whiteSpace=wrap;html=1;" value="cuit" vertex="1">
          <mxGeometry height="30" width="150" x="30" as="geometry">
            <mxRectangle height="30" width="150" as="alternateBounds" />
          </mxGeometry>
        </mxCell>
        <mxCell id="yolWoft2z_0ZBsrmm8Kk-559" parent="yolWoft2z_0ZBsrmm8Kk-552" style="shape=tableRow;horizontal=0;startSize=0;swimlaneHead=0;swimlaneBody=0;fillColor=none;collapsible=0;dropTarget=0;points=[[0,0.5],[1,0.5]];portConstraint=eastwest;top=0;left=0;right=0;bottom=0;" value="" vertex="1">
          <mxGeometry height="30" width="180" y="180" as="geometry" />
        </mxCell>
        <mxCell id="yolWoft2z_0ZBsrmm8Kk-560" parent="yolWoft2z_0ZBsrmm8Kk-559" style="shape=partialRectangle;connectable=0;fillColor=none;top=0;left=0;bottom=0;right=0;editable=1;overflow=hidden;whiteSpace=wrap;html=1;" value="" vertex="1">
          <mxGeometry height="30" width="30" as="geometry">
            <mxRectangle height="30" width="30" as="alternateBounds" />
          </mxGeometry>
        </mxCell>
        <mxCell id="yolWoft2z_0ZBsrmm8Kk-561" parent="yolWoft2z_0ZBsrmm8Kk-559" style="shape=partialRectangle;connectable=0;fillColor=none;top=0;left=0;bottom=0;right=0;align=left;spacingLeft=6;overflow=hidden;whiteSpace=wrap;html=1;" value="antiguedad" vertex="1">
          <mxGeometry height="30" width="150" x="30" as="geometry">
            <mxRectangle height="30" width="150" as="alternateBounds" />
          </mxGeometry>
        </mxCell>
        <mxCell id="yolWoft2z_0ZBsrmm8Kk-752" parent="yolWoft2z_0ZBsrmm8Kk-552" style="shape=tableRow;horizontal=0;startSize=0;swimlaneHead=0;swimlaneBody=0;fillColor=none;collapsible=0;dropTarget=0;points=[[0,0.5],[1,0.5]];portConstraint=eastwest;top=0;left=0;right=0;bottom=0;" value="" vertex="1">
          <mxGeometry height="30" width="180" y="210" as="geometry" />
        </mxCell>
        <mxCell id="yolWoft2z_0ZBsrmm8Kk-753" parent="yolWoft2z_0ZBsrmm8Kk-752" style="shape=partialRectangle;connectable=0;fillColor=none;top=0;left=0;bottom=0;right=0;editable=1;overflow=hidden;whiteSpace=wrap;html=1;" value="" vertex="1">
          <mxGeometry height="30" width="30" as="geometry">
            <mxRectangle height="30" width="30" as="alternateBounds" />
          </mxGeometry>
        </mxCell>
        <mxCell id="yolWoft2z_0ZBsrmm8Kk-754" parent="yolWoft2z_0ZBsrmm8Kk-752" style="shape=partialRectangle;connectable=0;fillColor=none;top=0;left=0;bottom=0;right=0;align=left;spacingLeft=6;overflow=hidden;whiteSpace=wrap;html=1;" value="domicilio" vertex="1">
          <mxGeometry height="30" width="150" x="30" as="geometry">
            <mxRectangle height="30" width="150" as="alternateBounds" />
          </mxGeometry>
        </mxCell>
        <mxCell id="yolWoft2z_0ZBsrmm8Kk-664" parent="yolWoft2z_0ZBsrmm8Kk-552" style="shape=tableRow;horizontal=0;startSize=0;swimlaneHead=0;swimlaneBody=0;fillColor=none;collapsible=0;dropTarget=0;points=[[0,0.5],[1,0.5]];portConstraint=eastwest;top=0;left=0;right=0;bottom=0;" value="" vertex="1">
          <mxGeometry height="30" width="180" y="240" as="geometry" />
        </mxCell>
        <mxCell id="yolWoft2z_0ZBsrmm8Kk-665" parent="yolWoft2z_0ZBsrmm8Kk-664" style="shape=partialRectangle;connectable=0;fillColor=none;top=0;left=0;bottom=0;right=0;editable=1;overflow=hidden;whiteSpace=wrap;html=1;" value="" vertex="1">
          <mxGeometry height="30" width="30" as="geometry">
            <mxRectangle height="30" width="30" as="alternateBounds" />
          </mxGeometry>
        </mxCell>
        <mxCell id="yolWoft2z_0ZBsrmm8Kk-666" parent="yolWoft2z_0ZBsrmm8Kk-664" style="shape=partialRectangle;connectable=0;fillColor=none;top=0;left=0;bottom=0;right=0;align=left;spacingLeft=6;overflow=hidden;whiteSpace=wrap;html=1;" value="id_sucursal" vertex="1">
          <mxGeometry height="30" width="150" x="30" as="geometry">
            <mxRectangle height="30" width="150" as="alternateBounds" />
          </mxGeometry>
        </mxCell>
        <mxCell id="yolWoft2z_0ZBsrmm8Kk-565" parent="1" style="shape=table;startSize=30;container=1;collapsible=1;childLayout=tableLayout;fixedRows=1;rowLines=0;fontStyle=1;align=center;resizeLast=1;html=1;" value="DIM_MODO_PAGO" vertex="1">
          <mxGeometry height="90" width="180" x="150" y="370" as="geometry" />
        </mxCell>
        <mxCell id="yolWoft2z_0ZBsrmm8Kk-566" parent="yolWoft2z_0ZBsrmm8Kk-565" style="shape=tableRow;horizontal=0;startSize=0;swimlaneHead=0;swimlaneBody=0;fillColor=none;collapsible=0;dropTarget=0;points=[[0,0.5],[1,0.5]];portConstraint=eastwest;top=0;left=0;right=0;bottom=1;" value="" vertex="1">
          <mxGeometry height="30" width="180" y="30" as="geometry" />
        </mxCell>
        <mxCell id="yolWoft2z_0ZBsrmm8Kk-567" parent="yolWoft2z_0ZBsrmm8Kk-566" style="shape=partialRectangle;connectable=0;fillColor=none;top=0;left=0;bottom=0;right=0;fontStyle=1;overflow=hidden;whiteSpace=wrap;html=1;" value="PK" vertex="1">
          <mxGeometry height="30" width="30" as="geometry">
            <mxRectangle height="30" width="30" as="alternateBounds" />
          </mxGeometry>
        </mxCell>
        <mxCell id="yolWoft2z_0ZBsrmm8Kk-568" parent="yolWoft2z_0ZBsrmm8Kk-566" style="shape=partialRectangle;connectable=0;fillColor=none;top=0;left=0;bottom=0;right=0;align=left;spacingLeft=6;fontStyle=5;overflow=hidden;whiteSpace=wrap;html=1;" value="id_modo_pago" vertex="1">
          <mxGeometry height="30" width="150" x="30" as="geometry">
            <mxRectangle height="30" width="150" as="alternateBounds" />
          </mxGeometry>
        </mxCell>
        <mxCell id="yolWoft2z_0ZBsrmm8Kk-569" parent="yolWoft2z_0ZBsrmm8Kk-565" style="shape=tableRow;horizontal=0;startSize=0;swimlaneHead=0;swimlaneBody=0;fillColor=none;collapsible=0;dropTarget=0;points=[[0,0.5],[1,0.5]];portConstraint=eastwest;top=0;left=0;right=0;bottom=0;" value="" vertex="1">
          <mxGeometry height="30" width="180" y="60" as="geometry" />
        </mxCell>
        <mxCell id="yolWoft2z_0ZBsrmm8Kk-570" parent="yolWoft2z_0ZBsrmm8Kk-569" style="shape=partialRectangle;connectable=0;fillColor=none;top=0;left=0;bottom=0;right=0;editable=1;overflow=hidden;whiteSpace=wrap;html=1;" value="" vertex="1">
          <mxGeometry height="30" width="30" as="geometry">
            <mxRectangle height="30" width="30" as="alternateBounds" />
          </mxGeometry>
        </mxCell>
        <mxCell id="yolWoft2z_0ZBsrmm8Kk-571" parent="yolWoft2z_0ZBsrmm8Kk-569" style="shape=partialRectangle;connectable=0;fillColor=none;top=0;left=0;bottom=0;right=0;align=left;spacingLeft=6;overflow=hidden;whiteSpace=wrap;html=1;" value="metodo_pago" vertex="1">
          <mxGeometry height="30" width="150" x="30" as="geometry">
            <mxRectangle height="30" width="150" as="alternateBounds" />
          </mxGeometry>
        </mxCell>
        <mxCell id="yolWoft2z_0ZBsrmm8Kk-578" parent="1" style="shape=table;startSize=30;container=1;collapsible=1;childLayout=tableLayout;fixedRows=1;rowLines=0;fontStyle=1;align=center;resizeLast=1;html=1;" value="DIM_SUCURSAL" vertex="1">
          <mxGeometry height="180" width="180" x="1040" y="325" as="geometry" />
        </mxCell>
        <mxCell id="yolWoft2z_0ZBsrmm8Kk-579" parent="yolWoft2z_0ZBsrmm8Kk-578" style="shape=tableRow;horizontal=0;startSize=0;swimlaneHead=0;swimlaneBody=0;fillColor=none;collapsible=0;dropTarget=0;points=[[0,0.5],[1,0.5]];portConstraint=eastwest;top=0;left=0;right=0;bottom=1;" value="" vertex="1">
          <mxGeometry height="30" width="180" y="30" as="geometry" />
        </mxCell>
        <mxCell id="yolWoft2z_0ZBsrmm8Kk-580" parent="yolWoft2z_0ZBsrmm8Kk-579" style="shape=partialRectangle;connectable=0;fillColor=none;top=0;left=0;bottom=0;right=0;fontStyle=1;overflow=hidden;whiteSpace=wrap;html=1;" value="PK" vertex="1">
          <mxGeometry height="30" width="30" as="geometry">
            <mxRectangle height="30" width="30" as="alternateBounds" />
          </mxGeometry>
        </mxCell>
        <mxCell id="yolWoft2z_0ZBsrmm8Kk-581" parent="yolWoft2z_0ZBsrmm8Kk-579" style="shape=partialRectangle;connectable=0;fillColor=none;top=0;left=0;bottom=0;right=0;align=left;spacingLeft=6;fontStyle=5;overflow=hidden;whiteSpace=wrap;html=1;" value="id_sucursal" vertex="1">
          <mxGeometry height="30" width="150" x="30" as="geometry">
            <mxRectangle height="30" width="150" as="alternateBounds" />
          </mxGeometry>
        </mxCell>
        <mxCell id="yolWoft2z_0ZBsrmm8Kk-582" parent="yolWoft2z_0ZBsrmm8Kk-578" style="shape=tableRow;horizontal=0;startSize=0;swimlaneHead=0;swimlaneBody=0;fillColor=none;collapsible=0;dropTarget=0;points=[[0,0.5],[1,0.5]];portConstraint=eastwest;top=0;left=0;right=0;bottom=0;" value="" vertex="1">
          <mxGeometry height="30" width="180" y="60" as="geometry" />
        </mxCell>
        <mxCell id="yolWoft2z_0ZBsrmm8Kk-583" parent="yolWoft2z_0ZBsrmm8Kk-582" style="shape=partialRectangle;connectable=0;fillColor=none;top=0;left=0;bottom=0;right=0;editable=1;overflow=hidden;whiteSpace=wrap;html=1;" value="" vertex="1">
          <mxGeometry height="30" width="30" as="geometry">
            <mxRectangle height="30" width="30" as="alternateBounds" />
          </mxGeometry>
        </mxCell>
        <mxCell id="yolWoft2z_0ZBsrmm8Kk-584" parent="yolWoft2z_0ZBsrmm8Kk-582" style="shape=partialRectangle;connectable=0;fillColor=none;top=0;left=0;bottom=0;right=0;align=left;spacingLeft=6;overflow=hidden;whiteSpace=wrap;html=1;" value="nombre" vertex="1">
          <mxGeometry height="30" width="150" x="30" as="geometry">
            <mxRectangle height="30" width="150" as="alternateBounds" />
          </mxGeometry>
        </mxCell>
        <mxCell id="yolWoft2z_0ZBsrmm8Kk-585" parent="yolWoft2z_0ZBsrmm8Kk-578" style="shape=tableRow;horizontal=0;startSize=0;swimlaneHead=0;swimlaneBody=0;fillColor=none;collapsible=0;dropTarget=0;points=[[0,0.5],[1,0.5]];portConstraint=eastwest;top=0;left=0;right=0;bottom=0;" value="" vertex="1">
          <mxGeometry height="30" width="180" y="90" as="geometry" />
        </mxCell>
        <mxCell id="yolWoft2z_0ZBsrmm8Kk-586" parent="yolWoft2z_0ZBsrmm8Kk-585" style="shape=partialRectangle;connectable=0;fillColor=none;top=0;left=0;bottom=0;right=0;editable=1;overflow=hidden;whiteSpace=wrap;html=1;" value="" vertex="1">
          <mxGeometry height="30" width="30" as="geometry">
            <mxRectangle height="30" width="30" as="alternateBounds" />
          </mxGeometry>
        </mxCell>
        <mxCell id="yolWoft2z_0ZBsrmm8Kk-587" parent="yolWoft2z_0ZBsrmm8Kk-585" style="shape=partialRectangle;connectable=0;fillColor=none;top=0;left=0;bottom=0;right=0;align=left;spacingLeft=6;overflow=hidden;whiteSpace=wrap;html=1;" value="domicilio" vertex="1">
          <mxGeometry height="30" width="150" x="30" as="geometry">
            <mxRectangle height="30" width="150" as="alternateBounds" />
          </mxGeometry>
        </mxCell>
        <mxCell id="yolWoft2z_0ZBsrmm8Kk-588" parent="yolWoft2z_0ZBsrmm8Kk-578" style="shape=tableRow;horizontal=0;startSize=0;swimlaneHead=0;swimlaneBody=0;fillColor=none;collapsible=0;dropTarget=0;points=[[0,0.5],[1,0.5]];portConstraint=eastwest;top=0;left=0;right=0;bottom=0;" value="" vertex="1">
          <mxGeometry height="30" width="180" y="120" as="geometry" />
        </mxCell>
        <mxCell id="yolWoft2z_0ZBsrmm8Kk-589" parent="yolWoft2z_0ZBsrmm8Kk-588" style="shape=partialRectangle;connectable=0;fillColor=none;top=0;left=0;bottom=0;right=0;editable=1;overflow=hidden;whiteSpace=wrap;html=1;" value="" vertex="1">
          <mxGeometry height="30" width="30" as="geometry">
            <mxRectangle height="30" width="30" as="alternateBounds" />
          </mxGeometry>
        </mxCell>
        <mxCell id="yolWoft2z_0ZBsrmm8Kk-590" parent="yolWoft2z_0ZBsrmm8Kk-588" style="shape=partialRectangle;connectable=0;fillColor=none;top=0;left=0;bottom=0;right=0;align=left;spacingLeft=6;overflow=hidden;whiteSpace=wrap;html=1;" value="ciudad" vertex="1">
          <mxGeometry height="30" width="150" x="30" as="geometry">
            <mxRectangle height="30" width="150" as="alternateBounds" />
          </mxGeometry>
        </mxCell>
        <mxCell id="yolWoft2z_0ZBsrmm8Kk-660" parent="yolWoft2z_0ZBsrmm8Kk-578" style="shape=tableRow;horizontal=0;startSize=0;swimlaneHead=0;swimlaneBody=0;fillColor=none;collapsible=0;dropTarget=0;points=[[0,0.5],[1,0.5]];portConstraint=eastwest;top=0;left=0;right=0;bottom=0;" value="" vertex="1">
          <mxGeometry height="30" width="180" y="150" as="geometry" />
        </mxCell>
        <mxCell id="yolWoft2z_0ZBsrmm8Kk-661" parent="yolWoft2z_0ZBsrmm8Kk-660" style="shape=partialRectangle;connectable=0;fillColor=none;top=0;left=0;bottom=0;right=0;editable=1;overflow=hidden;whiteSpace=wrap;html=1;" value="" vertex="1">
          <mxGeometry height="30" width="30" as="geometry">
            <mxRectangle height="30" width="30" as="alternateBounds" />
          </mxGeometry>
        </mxCell>
        <mxCell id="yolWoft2z_0ZBsrmm8Kk-662" parent="yolWoft2z_0ZBsrmm8Kk-660" style="shape=partialRectangle;connectable=0;fillColor=none;top=0;left=0;bottom=0;right=0;align=left;spacingLeft=6;overflow=hidden;whiteSpace=wrap;html=1;" value="CUIT" vertex="1">
          <mxGeometry height="30" width="150" x="30" as="geometry">
            <mxRectangle height="30" width="150" as="alternateBounds" />
          </mxGeometry>
        </mxCell>
        <mxCell id="yolWoft2z_0ZBsrmm8Kk-591" parent="1" style="shape=table;startSize=30;container=1;collapsible=1;childLayout=tableLayout;fixedRows=1;rowLines=0;fontStyle=1;align=center;resizeLast=1;html=1;" value="FCT_STOCK" vertex="1">
          <mxGeometry height="180" width="180" x="460" y="-10" as="geometry" />
        </mxCell>
        <mxCell id="yolWoft2z_0ZBsrmm8Kk-592" parent="yolWoft2z_0ZBsrmm8Kk-591" style="shape=tableRow;horizontal=0;startSize=0;swimlaneHead=0;swimlaneBody=0;fillColor=none;collapsible=0;dropTarget=0;points=[[0,0.5],[1,0.5]];portConstraint=eastwest;top=0;left=0;right=0;bottom=1;" value="" vertex="1">
          <mxGeometry height="30" width="180" y="30" as="geometry" />
        </mxCell>
        <mxCell id="yolWoft2z_0ZBsrmm8Kk-593" parent="yolWoft2z_0ZBsrmm8Kk-592" style="shape=partialRectangle;connectable=0;fillColor=none;top=0;left=0;bottom=0;right=0;fontStyle=1;overflow=hidden;whiteSpace=wrap;html=1;" value="PK" vertex="1">
          <mxGeometry height="30" width="30" as="geometry">
            <mxRectangle height="30" width="30" as="alternateBounds" />
          </mxGeometry>
        </mxCell>
        <mxCell id="yolWoft2z_0ZBsrmm8Kk-594" parent="yolWoft2z_0ZBsrmm8Kk-592" style="shape=partialRectangle;connectable=0;fillColor=none;top=0;left=0;bottom=0;right=0;align=left;spacingLeft=6;fontStyle=5;overflow=hidden;whiteSpace=wrap;html=1;" value="id_stock" vertex="1">
          <mxGeometry height="30" width="150" x="30" as="geometry">
            <mxRectangle height="30" width="150" as="alternateBounds" />
          </mxGeometry>
        </mxCell>
        <mxCell id="yolWoft2z_0ZBsrmm8Kk-595" parent="yolWoft2z_0ZBsrmm8Kk-591" style="shape=tableRow;horizontal=0;startSize=0;swimlaneHead=0;swimlaneBody=0;fillColor=none;collapsible=0;dropTarget=0;points=[[0,0.5],[1,0.5]];portConstraint=eastwest;top=0;left=0;right=0;bottom=0;" value="" vertex="1">
          <mxGeometry height="30" width="180" y="60" as="geometry" />
        </mxCell>
        <mxCell id="yolWoft2z_0ZBsrmm8Kk-596" parent="yolWoft2z_0ZBsrmm8Kk-595" style="shape=partialRectangle;connectable=0;fillColor=none;top=0;left=0;bottom=0;right=0;editable=1;overflow=hidden;whiteSpace=wrap;html=1;" value="FK" vertex="1">
          <mxGeometry height="30" width="30" as="geometry">
            <mxRectangle height="30" width="30" as="alternateBounds" />
          </mxGeometry>
        </mxCell>
        <mxCell id="yolWoft2z_0ZBsrmm8Kk-597" parent="yolWoft2z_0ZBsrmm8Kk-595" style="shape=partialRectangle;connectable=0;fillColor=none;top=0;left=0;bottom=0;right=0;align=left;spacingLeft=6;overflow=hidden;whiteSpace=wrap;html=1;" value="id_sucursal" vertex="1">
          <mxGeometry height="30" width="150" x="30" as="geometry">
            <mxRectangle height="30" width="150" as="alternateBounds" />
          </mxGeometry>
        </mxCell>
        <mxCell id="yolWoft2z_0ZBsrmm8Kk-601" parent="yolWoft2z_0ZBsrmm8Kk-591" style="shape=tableRow;horizontal=0;startSize=0;swimlaneHead=0;swimlaneBody=0;fillColor=none;collapsible=0;dropTarget=0;points=[[0,0.5],[1,0.5]];portConstraint=eastwest;top=0;left=0;right=0;bottom=0;" value="" vertex="1">
          <mxGeometry height="30" width="180" y="90" as="geometry" />
        </mxCell>
        <mxCell id="yolWoft2z_0ZBsrmm8Kk-602" parent="yolWoft2z_0ZBsrmm8Kk-601" style="shape=partialRectangle;connectable=0;fillColor=none;top=0;left=0;bottom=0;right=0;editable=1;overflow=hidden;whiteSpace=wrap;html=1;" value="FK" vertex="1">
          <mxGeometry height="30" width="30" as="geometry">
            <mxRectangle height="30" width="30" as="alternateBounds" />
          </mxGeometry>
        </mxCell>
        <mxCell id="yolWoft2z_0ZBsrmm8Kk-603" parent="yolWoft2z_0ZBsrmm8Kk-601" style="shape=partialRectangle;connectable=0;fillColor=none;top=0;left=0;bottom=0;right=0;align=left;spacingLeft=6;overflow=hidden;whiteSpace=wrap;html=1;" value="id_automovil" vertex="1">
          <mxGeometry height="30" width="150" x="30" as="geometry">
            <mxRectangle height="30" width="150" as="alternateBounds" />
          </mxGeometry>
        </mxCell>
        <mxCell id="yolWoft2z_0ZBsrmm8Kk-759" parent="yolWoft2z_0ZBsrmm8Kk-591" style="shape=tableRow;horizontal=0;startSize=0;swimlaneHead=0;swimlaneBody=0;fillColor=none;collapsible=0;dropTarget=0;points=[[0,0.5],[1,0.5]];portConstraint=eastwest;top=0;left=0;right=0;bottom=0;" value="" vertex="1">
          <mxGeometry height="30" width="180" y="120" as="geometry" />
        </mxCell>
        <mxCell id="yolWoft2z_0ZBsrmm8Kk-760" parent="yolWoft2z_0ZBsrmm8Kk-759" style="shape=partialRectangle;connectable=0;fillColor=none;top=0;left=0;bottom=0;right=0;editable=1;overflow=hidden;whiteSpace=wrap;html=1;" value="FK" vertex="1">
          <mxGeometry height="30" width="30" as="geometry">
            <mxRectangle height="30" width="30" as="alternateBounds" />
          </mxGeometry>
        </mxCell>
        <mxCell id="yolWoft2z_0ZBsrmm8Kk-761" parent="yolWoft2z_0ZBsrmm8Kk-759" style="shape=partialRectangle;connectable=0;fillColor=none;top=0;left=0;bottom=0;right=0;align=left;spacingLeft=6;overflow=hidden;whiteSpace=wrap;html=1;" value="id_tiempo" vertex="1">
          <mxGeometry height="30" width="150" x="30" as="geometry">
            <mxRectangle height="30" width="150" as="alternateBounds" />
          </mxGeometry>
        </mxCell>
        <mxCell id="yolWoft2z_0ZBsrmm8Kk-767" parent="yolWoft2z_0ZBsrmm8Kk-591" style="shape=tableRow;horizontal=0;startSize=0;swimlaneHead=0;swimlaneBody=0;fillColor=none;collapsible=0;dropTarget=0;points=[[0,0.5],[1,0.5]];portConstraint=eastwest;top=0;left=0;right=0;bottom=0;" value="" vertex="1">
          <mxGeometry height="30" width="180" y="150" as="geometry" />
        </mxCell>
        <mxCell id="yolWoft2z_0ZBsrmm8Kk-768" parent="yolWoft2z_0ZBsrmm8Kk-767" style="shape=partialRectangle;connectable=0;fillColor=none;top=0;left=0;bottom=0;right=0;editable=1;overflow=hidden;whiteSpace=wrap;html=1;" value="" vertex="1">
          <mxGeometry height="30" width="30" as="geometry">
            <mxRectangle height="30" width="30" as="alternateBounds" />
          </mxGeometry>
        </mxCell>
        <mxCell id="yolWoft2z_0ZBsrmm8Kk-769" parent="yolWoft2z_0ZBsrmm8Kk-767" style="shape=partialRectangle;connectable=0;fillColor=none;top=0;left=0;bottom=0;right=0;align=left;spacingLeft=6;overflow=hidden;whiteSpace=wrap;html=1;" value="cantidad" vertex="1">
          <mxGeometry height="30" width="150" x="30" as="geometry">
            <mxRectangle height="30" width="150" as="alternateBounds" />
          </mxGeometry>
        </mxCell>
        <mxCell id="yolWoft2z_0ZBsrmm8Kk-610" edge="1" parent="1" source="yolWoft2z_0ZBsrmm8Kk-517" style="edgeStyle=orthogonalEdgeStyle;rounded=0;orthogonalLoop=1;jettySize=auto;html=1;exitX=0;exitY=0.5;exitDx=0;exitDy=0;entryX=1;entryY=0.5;entryDx=0;entryDy=0;" target="yolWoft2z_0ZBsrmm8Kk-501">
          <mxGeometry relative="1" as="geometry" />
        </mxCell>
        <mxCell id="yolWoft2z_0ZBsrmm8Kk-617" edge="1" parent="1" source="yolWoft2z_0ZBsrmm8Kk-504" style="edgeStyle=orthogonalEdgeStyle;rounded=0;orthogonalLoop=1;jettySize=auto;html=1;exitX=0;exitY=0.5;exitDx=0;exitDy=0;entryX=1;entryY=0.5;entryDx=0;entryDy=0;" target="yolWoft2z_0ZBsrmm8Kk-540">
          <mxGeometry relative="1" as="geometry" />
        </mxCell>
        <mxCell id="yolWoft2z_0ZBsrmm8Kk-659" edge="1" parent="1" source="yolWoft2z_0ZBsrmm8Kk-595" style="edgeStyle=orthogonalEdgeStyle;rounded=0;orthogonalLoop=1;jettySize=auto;html=1;exitX=1;exitY=0.5;exitDx=0;exitDy=0;entryX=0;entryY=0.5;entryDx=0;entryDy=0;" target="yolWoft2z_0ZBsrmm8Kk-579">
          <mxGeometry relative="1" as="geometry">
            <Array as="points">
              <mxPoint x="1000" y="65" />
              <mxPoint x="1000" y="370" />
            </Array>
          </mxGeometry>
        </mxCell>
        <mxCell id="yolWoft2z_0ZBsrmm8Kk-667" edge="1" parent="1" source="yolWoft2z_0ZBsrmm8Kk-664" style="edgeStyle=orthogonalEdgeStyle;rounded=0;orthogonalLoop=1;jettySize=auto;html=1;exitX=1;exitY=0.5;exitDx=0;exitDy=0;entryX=0;entryY=0.5;entryDx=0;entryDy=0;" target="yolWoft2z_0ZBsrmm8Kk-579">
          <mxGeometry relative="1" as="geometry">
            <Array as="points">
              <mxPoint x="1000" y="665" />
              <mxPoint x="1000" y="370" />
            </Array>
          </mxGeometry>
        </mxCell>
        <mxCell id="yolWoft2z_0ZBsrmm8Kk-668" edge="1" parent="1" source="yolWoft2z_0ZBsrmm8Kk-523" style="edgeStyle=orthogonalEdgeStyle;rounded=0;orthogonalLoop=1;jettySize=auto;html=1;exitX=1;exitY=0.5;exitDx=0;exitDy=0;entryX=0;entryY=0.5;entryDx=0;entryDy=0;" target="yolWoft2z_0ZBsrmm8Kk-553">
          <mxGeometry relative="1" as="geometry" />
        </mxCell>
        <mxCell id="yolWoft2z_0ZBsrmm8Kk-669" edge="1" parent="1" source="yolWoft2z_0ZBsrmm8Kk-601" style="edgeStyle=orthogonalEdgeStyle;rounded=0;orthogonalLoop=1;jettySize=auto;html=1;exitX=0;exitY=0.5;exitDx=0;exitDy=0;entryX=1;entryY=0.5;entryDx=0;entryDy=0;" target="yolWoft2z_0ZBsrmm8Kk-501">
          <mxGeometry relative="1" as="geometry" />
        </mxCell>
        <mxCell id="yolWoft2z_0ZBsrmm8Kk-700" edge="1" parent="1" source="yolWoft2z_0ZBsrmm8Kk-682" style="edgeStyle=orthogonalEdgeStyle;rounded=0;orthogonalLoop=1;jettySize=auto;html=1;exitX=0;exitY=0.5;exitDx=0;exitDy=0;entryX=1;entryY=0.5;entryDx=0;entryDy=0;" target="yolWoft2z_0ZBsrmm8Kk-566">
          <mxGeometry relative="1" as="geometry" />
        </mxCell>
        <mxCell id="yolWoft2z_0ZBsrmm8Kk-701" parent="1" style="shape=table;startSize=30;container=1;collapsible=1;childLayout=tableLayout;fixedRows=1;rowLines=0;fontStyle=1;align=center;resizeLast=1;html=1;" value="DIM_TIEMPO" vertex="1">
          <mxGeometry height="210" width="180" x="770" y="170" as="geometry" />
        </mxCell>
        <mxCell id="yolWoft2z_0ZBsrmm8Kk-702" parent="yolWoft2z_0ZBsrmm8Kk-701" style="shape=tableRow;horizontal=0;startSize=0;swimlaneHead=0;swimlaneBody=0;fillColor=none;collapsible=0;dropTarget=0;points=[[0,0.5],[1,0.5]];portConstraint=eastwest;top=0;left=0;right=0;bottom=1;" value="" vertex="1">
          <mxGeometry height="30" width="180" y="30" as="geometry" />
        </mxCell>
        <mxCell id="yolWoft2z_0ZBsrmm8Kk-703" parent="yolWoft2z_0ZBsrmm8Kk-702" style="shape=partialRectangle;connectable=0;fillColor=none;top=0;left=0;bottom=0;right=0;fontStyle=1;overflow=hidden;whiteSpace=wrap;html=1;" value="PK" vertex="1">
          <mxGeometry height="30" width="30" as="geometry">
            <mxRectangle height="30" width="30" as="alternateBounds" />
          </mxGeometry>
        </mxCell>
        <mxCell id="yolWoft2z_0ZBsrmm8Kk-704" parent="yolWoft2z_0ZBsrmm8Kk-702" style="shape=partialRectangle;connectable=0;fillColor=none;top=0;left=0;bottom=0;right=0;align=left;spacingLeft=6;fontStyle=5;overflow=hidden;whiteSpace=wrap;html=1;" value="id_tiempo" vertex="1">
          <mxGeometry height="30" width="150" x="30" as="geometry">
            <mxRectangle height="30" width="150" as="alternateBounds" />
          </mxGeometry>
        </mxCell>
        <mxCell id="yolWoft2z_0ZBsrmm8Kk-705" parent="yolWoft2z_0ZBsrmm8Kk-701" style="shape=tableRow;horizontal=0;startSize=0;swimlaneHead=0;swimlaneBody=0;fillColor=none;collapsible=0;dropTarget=0;points=[[0,0.5],[1,0.5]];portConstraint=eastwest;top=0;left=0;right=0;bottom=0;" value="" vertex="1">
          <mxGeometry height="30" width="180" y="60" as="geometry" />
        </mxCell>
        <mxCell id="yolWoft2z_0ZBsrmm8Kk-706" parent="yolWoft2z_0ZBsrmm8Kk-705" style="shape=partialRectangle;connectable=0;fillColor=none;top=0;left=0;bottom=0;right=0;editable=1;overflow=hidden;whiteSpace=wrap;html=1;" value="" vertex="1">
          <mxGeometry height="30" width="30" as="geometry">
            <mxRectangle height="30" width="30" as="alternateBounds" />
          </mxGeometry>
        </mxCell>
        <mxCell id="yolWoft2z_0ZBsrmm8Kk-707" parent="yolWoft2z_0ZBsrmm8Kk-705" style="shape=partialRectangle;connectable=0;fillColor=none;top=0;left=0;bottom=0;right=0;align=left;spacingLeft=6;overflow=hidden;whiteSpace=wrap;html=1;" value="fecha" vertex="1">
          <mxGeometry height="30" width="150" x="30" as="geometry">
            <mxRectangle height="30" width="150" as="alternateBounds" />
          </mxGeometry>
        </mxCell>
        <mxCell id="yolWoft2z_0ZBsrmm8Kk-708" parent="yolWoft2z_0ZBsrmm8Kk-701" style="shape=tableRow;horizontal=0;startSize=0;swimlaneHead=0;swimlaneBody=0;fillColor=none;collapsible=0;dropTarget=0;points=[[0,0.5],[1,0.5]];portConstraint=eastwest;top=0;left=0;right=0;bottom=0;" value="" vertex="1">
          <mxGeometry height="30" width="180" y="90" as="geometry" />
        </mxCell>
        <mxCell id="yolWoft2z_0ZBsrmm8Kk-709" parent="yolWoft2z_0ZBsrmm8Kk-708" style="shape=partialRectangle;connectable=0;fillColor=none;top=0;left=0;bottom=0;right=0;editable=1;overflow=hidden;whiteSpace=wrap;html=1;" value="" vertex="1">
          <mxGeometry height="30" width="30" as="geometry">
            <mxRectangle height="30" width="30" as="alternateBounds" />
          </mxGeometry>
        </mxCell>
        <mxCell id="yolWoft2z_0ZBsrmm8Kk-710" parent="yolWoft2z_0ZBsrmm8Kk-708" style="shape=partialRectangle;connectable=0;fillColor=none;top=0;left=0;bottom=0;right=0;align=left;spacingLeft=6;overflow=hidden;whiteSpace=wrap;html=1;" value="dia" vertex="1">
          <mxGeometry height="30" width="150" x="30" as="geometry">
            <mxRectangle height="30" width="150" as="alternateBounds" />
          </mxGeometry>
        </mxCell>
        <mxCell id="yolWoft2z_0ZBsrmm8Kk-711" parent="yolWoft2z_0ZBsrmm8Kk-701" style="shape=tableRow;horizontal=0;startSize=0;swimlaneHead=0;swimlaneBody=0;fillColor=none;collapsible=0;dropTarget=0;points=[[0,0.5],[1,0.5]];portConstraint=eastwest;top=0;left=0;right=0;bottom=0;" value="" vertex="1">
          <mxGeometry height="30" width="180" y="120" as="geometry" />
        </mxCell>
        <mxCell id="yolWoft2z_0ZBsrmm8Kk-712" parent="yolWoft2z_0ZBsrmm8Kk-711" style="shape=partialRectangle;connectable=0;fillColor=none;top=0;left=0;bottom=0;right=0;editable=1;overflow=hidden;whiteSpace=wrap;html=1;" value="" vertex="1">
          <mxGeometry height="30" width="30" as="geometry">
            <mxRectangle height="30" width="30" as="alternateBounds" />
          </mxGeometry>
        </mxCell>
        <mxCell id="yolWoft2z_0ZBsrmm8Kk-713" parent="yolWoft2z_0ZBsrmm8Kk-711" style="shape=partialRectangle;connectable=0;fillColor=none;top=0;left=0;bottom=0;right=0;align=left;spacingLeft=6;overflow=hidden;whiteSpace=wrap;html=1;" value="semana" vertex="1">
          <mxGeometry height="30" width="150" x="30" as="geometry">
            <mxRectangle height="30" width="150" as="alternateBounds" />
          </mxGeometry>
        </mxCell>
        <mxCell id="yolWoft2z_0ZBsrmm8Kk-714" parent="yolWoft2z_0ZBsrmm8Kk-701" style="shape=tableRow;horizontal=0;startSize=0;swimlaneHead=0;swimlaneBody=0;fillColor=none;collapsible=0;dropTarget=0;points=[[0,0.5],[1,0.5]];portConstraint=eastwest;top=0;left=0;right=0;bottom=0;" value="" vertex="1">
          <mxGeometry height="30" width="180" y="150" as="geometry" />
        </mxCell>
        <mxCell id="yolWoft2z_0ZBsrmm8Kk-715" parent="yolWoft2z_0ZBsrmm8Kk-714" style="shape=partialRectangle;connectable=0;fillColor=none;top=0;left=0;bottom=0;right=0;editable=1;overflow=hidden;whiteSpace=wrap;html=1;" value="" vertex="1">
          <mxGeometry height="30" width="30" as="geometry">
            <mxRectangle height="30" width="30" as="alternateBounds" />
          </mxGeometry>
        </mxCell>
        <mxCell id="yolWoft2z_0ZBsrmm8Kk-716" parent="yolWoft2z_0ZBsrmm8Kk-714" style="shape=partialRectangle;connectable=0;fillColor=none;top=0;left=0;bottom=0;right=0;align=left;spacingLeft=6;overflow=hidden;whiteSpace=wrap;html=1;" value="mes" vertex="1">
          <mxGeometry height="30" width="150" x="30" as="geometry">
            <mxRectangle height="30" width="150" as="alternateBounds" />
          </mxGeometry>
        </mxCell>
        <mxCell id="yolWoft2z_0ZBsrmm8Kk-717" parent="yolWoft2z_0ZBsrmm8Kk-701" style="shape=tableRow;horizontal=0;startSize=0;swimlaneHead=0;swimlaneBody=0;fillColor=none;collapsible=0;dropTarget=0;points=[[0,0.5],[1,0.5]];portConstraint=eastwest;top=0;left=0;right=0;bottom=0;" value="" vertex="1">
          <mxGeometry height="30" width="180" y="180" as="geometry" />
        </mxCell>
        <mxCell id="yolWoft2z_0ZBsrmm8Kk-718" parent="yolWoft2z_0ZBsrmm8Kk-717" style="shape=partialRectangle;connectable=0;fillColor=none;top=0;left=0;bottom=0;right=0;editable=1;overflow=hidden;whiteSpace=wrap;html=1;" value="" vertex="1">
          <mxGeometry height="30" width="30" as="geometry">
            <mxRectangle height="30" width="30" as="alternateBounds" />
          </mxGeometry>
        </mxCell>
        <mxCell id="yolWoft2z_0ZBsrmm8Kk-719" parent="yolWoft2z_0ZBsrmm8Kk-717" style="shape=partialRectangle;connectable=0;fillColor=none;top=0;left=0;bottom=0;right=0;align=left;spacingLeft=6;overflow=hidden;whiteSpace=wrap;html=1;" value="anio" vertex="1">
          <mxGeometry height="30" width="150" x="30" as="geometry">
            <mxRectangle height="30" width="150" as="alternateBounds" />
          </mxGeometry>
        </mxCell>
        <mxCell id="yolWoft2z_0ZBsrmm8Kk-727" edge="1" parent="1" source="yolWoft2z_0ZBsrmm8Kk-520" style="edgeStyle=orthogonalEdgeStyle;rounded=0;orthogonalLoop=1;jettySize=auto;html=1;exitX=1;exitY=0.5;exitDx=0;exitDy=0;entryX=0;entryY=0.5;entryDx=0;entryDy=0;" target="yolWoft2z_0ZBsrmm8Kk-702">
          <mxGeometry relative="1" as="geometry" />
        </mxCell>
-         <mxCell id="yolWoft2z_0ZBsrmm8Kk-731" parent="1" style="shape=table;startSize=30;container=1;collapsible=1;childLayout=tableLayout;fixedRows=1;rowLines=0;fontStyle=1;align=center;resizeLast=1;html=1;" value="DIM_DETALLE_ACCESORIOS" vertex="1">
-           <mxGeometry height="120" width="220" x="130" y="490" as="geometry" />
+         <mxCell id="yolWoft2z_0ZBsrmm8Kk-731" parent="1" style="shape=table;startSize=30;container=1;collapsible=1;childLayout=tableLayout;fixedRows=1;rowLines=0;fontStyle=1;align=center;resizeLast=1;html=1;" value="DIM_ACCESORIO" vertex="1">
+           <mxGeometry height="120" width="220" x="-150" y="485" as="geometry" />
        </mxCell>
        <mxCell id="yolWoft2z_0ZBsrmm8Kk-732" parent="yolWoft2z_0ZBsrmm8Kk-731" style="shape=tableRow;horizontal=0;startSize=0;swimlaneHead=0;swimlaneBody=0;fillColor=none;collapsible=0;dropTarget=0;points=[[0,0.5],[1,0.5]];portConstraint=eastwest;top=0;left=0;right=0;bottom=1;" value="" vertex="1">
          <mxGeometry height="30" width="220" y="30" as="geometry" />
        </mxCell>
        <mxCell id="yolWoft2z_0ZBsrmm8Kk-733" parent="yolWoft2z_0ZBsrmm8Kk-732" style="shape=partialRectangle;connectable=0;fillColor=none;top=0;left=0;bottom=0;right=0;fontStyle=1;overflow=hidden;whiteSpace=wrap;html=1;" value="PK" vertex="1">
          <mxGeometry height="30" width="30" as="geometry">
            <mxRectangle height="30" width="30" as="alternateBounds" />
          </mxGeometry>
        </mxCell>
-         <mxCell id="yolWoft2z_0ZBsrmm8Kk-734" parent="yolWoft2z_0ZBsrmm8Kk-732" style="shape=partialRectangle;connectable=0;fillColor=none;top=0;left=0;bottom=0;right=0;align=left;spacingLeft=6;fontStyle=5;overflow=hidden;whiteSpace=wrap;html=1;" value="id_detalle_accesorio" vertex="1">
+         <mxCell id="yolWoft2z_0ZBsrmm8Kk-734" parent="yolWoft2z_0ZBsrmm8Kk-732" style="shape=partialRectangle;connectable=0;fillColor=none;top=0;left=0;bottom=0;right=0;align=left;spacingLeft=6;fontStyle=5;overflow=hidden;whiteSpace=wrap;html=1;" value="id_accesorio" vertex="1">
          <mxGeometry height="30" width="190" x="30" as="geometry">
            <mxRectangle height="30" width="190" as="alternateBounds" />
          </mxGeometry>
        </mxCell>
        <mxCell id="yolWoft2z_0ZBsrmm8Kk-735" parent="yolWoft2z_0ZBsrmm8Kk-731" style="shape=tableRow;horizontal=0;startSize=0;swimlaneHead=0;swimlaneBody=0;fillColor=none;collapsible=0;dropTarget=0;points=[[0,0.5],[1,0.5]];portConstraint=eastwest;top=0;left=0;right=0;bottom=0;" value="" vertex="1">
          <mxGeometry height="30" width="220" y="60" as="geometry" />
        </mxCell>
        <mxCell id="yolWoft2z_0ZBsrmm8Kk-736" parent="yolWoft2z_0ZBsrmm8Kk-735" style="shape=partialRectangle;connectable=0;fillColor=none;top=0;left=0;bottom=0;right=0;editable=1;overflow=hidden;whiteSpace=wrap;html=1;" value="" vertex="1">
          <mxGeometry height="30" width="30" as="geometry">
            <mxRectangle height="30" width="30" as="alternateBounds" />
          </mxGeometry>
        </mxCell>
        <mxCell id="yolWoft2z_0ZBsrmm8Kk-737" parent="yolWoft2z_0ZBsrmm8Kk-735" style="shape=partialRectangle;connectable=0;fillColor=none;top=0;left=0;bottom=0;right=0;align=left;spacingLeft=6;overflow=hidden;whiteSpace=wrap;html=1;" value="item" vertex="1">
          <mxGeometry height="30" width="190" x="30" as="geometry">
            <mxRectangle height="30" width="190" as="alternateBounds" />
          </mxGeometry>
        </mxCell>
        <mxCell id="yolWoft2z_0ZBsrmm8Kk-738" parent="yolWoft2z_0ZBsrmm8Kk-731" style="shape=tableRow;horizontal=0;startSize=0;swimlaneHead=0;swimlaneBody=0;fillColor=none;collapsible=0;dropTarget=0;points=[[0,0.5],[1,0.5]];portConstraint=eastwest;top=0;left=0;right=0;bottom=0;" value="" vertex="1">
          <mxGeometry height="30" width="220" y="90" as="geometry" />
        </mxCell>
        <mxCell id="yolWoft2z_0ZBsrmm8Kk-739" parent="yolWoft2z_0ZBsrmm8Kk-738" style="shape=partialRectangle;connectable=0;fillColor=none;top=0;left=0;bottom=0;right=0;editable=1;overflow=hidden;whiteSpace=wrap;html=1;" value="" vertex="1">
          <mxGeometry height="30" width="30" as="geometry">
            <mxRectangle height="30" width="30" as="alternateBounds" />
          </mxGeometry>
        </mxCell>
        <mxCell id="yolWoft2z_0ZBsrmm8Kk-740" parent="yolWoft2z_0ZBsrmm8Kk-738" style="shape=partialRectangle;connectable=0;fillColor=none;top=0;left=0;bottom=0;right=0;align=left;spacingLeft=6;overflow=hidden;whiteSpace=wrap;html=1;" value="costo" vertex="1">
          <mxGeometry height="30" width="190" x="30" as="geometry">
            <mxRectangle height="30" width="190" as="alternateBounds" />
          </mxGeometry>
-         </mxCell>
-         <mxCell id="yolWoft2z_0ZBsrmm8Kk-741" edge="1" parent="1" source="yolWoft2z_0ZBsrmm8Kk-728" style="edgeStyle=orthogonalEdgeStyle;rounded=0;orthogonalLoop=1;jettySize=auto;html=1;exitX=0;exitY=0.5;exitDx=0;exitDy=0;entryX=1;entryY=0.5;entryDx=0;entryDy=0;" target="yolWoft2z_0ZBsrmm8Kk-732">
-           <mxGeometry relative="1" as="geometry" />
        </mxCell>
        <mxCell id="yolWoft2z_0ZBsrmm8Kk-745" edge="1" parent="1" source="yolWoft2z_0ZBsrmm8Kk-742" style="edgeStyle=orthogonalEdgeStyle;rounded=0;orthogonalLoop=1;jettySize=auto;html=1;exitX=1;exitY=0.5;exitDx=0;exitDy=0;entryX=0;entryY=0.5;entryDx=0;entryDy=0;" target="yolWoft2z_0ZBsrmm8Kk-702">
          <mxGeometry relative="1" as="geometry" />
        </mxCell>
        <mxCell id="yolWoft2z_0ZBsrmm8Kk-758" edge="1" parent="1" source="yolWoft2z_0ZBsrmm8Kk-556" style="edgeStyle=orthogonalEdgeStyle;rounded=0;orthogonalLoop=1;jettySize=auto;html=1;exitX=1;exitY=0.5;exitDx=0;exitDy=0;entryX=1;entryY=0.5;entryDx=0;entryDy=0;" target="yolWoft2z_0ZBsrmm8Kk-702">
          <mxGeometry relative="1" as="geometry" />
        </mxCell>
        <mxCell id="yolWoft2z_0ZBsrmm8Kk-762" edge="1" parent="1" source="yolWoft2z_0ZBsrmm8Kk-759" style="edgeStyle=orthogonalEdgeStyle;rounded=0;orthogonalLoop=1;jettySize=auto;html=1;exitX=1;exitY=0.5;exitDx=0;exitDy=0;entryX=0;entryY=0.5;entryDx=0;entryDy=0;" target="yolWoft2z_0ZBsrmm8Kk-702">
          <mxGeometry relative="1" as="geometry" />
        </mxCell>
        <mxCell id="yolWoft2z_0ZBsrmm8Kk-766" edge="1" parent="1" source="yolWoft2z_0ZBsrmm8Kk-763" style="edgeStyle=orthogonalEdgeStyle;rounded=0;orthogonalLoop=1;jettySize=auto;html=1;exitX=1;exitY=0.5;exitDx=0;exitDy=0;entryX=0;entryY=0.5;entryDx=0;entryDy=0;" target="yolWoft2z_0ZBsrmm8Kk-579">
          <mxGeometry relative="1" as="geometry">
            <Array as="points">
              <mxPoint x="710" y="475" />
              <mxPoint x="710" y="710" />
              <mxPoint x="1000" y="710" />
              <mxPoint x="1000" y="370" />
            </Array>
          </mxGeometry>
        </mxCell>
+         <mxCell id="yolWoft2z_0ZBsrmm8Kk-770" parent="1" style="shape=table;startSize=30;container=1;collapsible=1;childLayout=tableLayout;fixedRows=1;rowLines=0;fontStyle=1;align=center;resizeLast=1;html=1;" value="FCT_VENTA_ACCESORIO" vertex="1">
+           <mxGeometry height="120" width="180" x="180" y="500" as="geometry" />
+         </mxCell>
+         <mxCell id="yolWoft2z_0ZBsrmm8Kk-771" parent="yolWoft2z_0ZBsrmm8Kk-770" style="shape=tableRow;horizontal=0;startSize=0;swimlaneHead=0;swimlaneBody=0;fillColor=none;collapsible=0;dropTarget=0;points=[[0,0.5],[1,0.5]];portConstraint=eastwest;top=0;left=0;right=0;bottom=1;" value="" vertex="1">
+           <mxGeometry height="30" width="180" y="30" as="geometry" />
+         </mxCell>
+         <mxCell id="yolWoft2z_0ZBsrmm8Kk-772" parent="yolWoft2z_0ZBsrmm8Kk-771" style="shape=partialRectangle;connectable=0;fillColor=none;top=0;left=0;bottom=0;right=0;fontStyle=1;overflow=hidden;whiteSpace=wrap;html=1;" value="PK" vertex="1">
+           <mxGeometry height="30" width="30" as="geometry">
+             <mxRectangle height="30" width="30" as="alternateBounds" />
+           </mxGeometry>
+         </mxCell>
+         <mxCell id="yolWoft2z_0ZBsrmm8Kk-773" parent="yolWoft2z_0ZBsrmm8Kk-771" style="shape=partialRectangle;connectable=0;fillColor=none;top=0;left=0;bottom=0;right=0;align=left;spacingLeft=6;fontStyle=5;overflow=hidden;whiteSpace=wrap;html=1;" value="id_venta" vertex="1">
+           <mxGeometry height="30" width="150" x="30" as="geometry">
+             <mxRectangle height="30" width="150" as="alternateBounds" />
+           </mxGeometry>
+         </mxCell>
+         <mxCell id="yolWoft2z_0ZBsrmm8Kk-774" parent="yolWoft2z_0ZBsrmm8Kk-770" style="shape=tableRow;horizontal=0;startSize=0;swimlaneHead=0;swimlaneBody=0;fillColor=none;collapsible=0;dropTarget=0;points=[[0,0.5],[1,0.5]];portConstraint=eastwest;top=0;left=0;right=0;bottom=0;" value="" vertex="1">
+           <mxGeometry height="30" width="180" y="60" as="geometry" />
+         </mxCell>
+         <mxCell id="yolWoft2z_0ZBsrmm8Kk-775" parent="yolWoft2z_0ZBsrmm8Kk-774" style="shape=partialRectangle;connectable=0;fillColor=none;top=0;left=0;bottom=0;right=0;editable=1;overflow=hidden;whiteSpace=wrap;html=1;" value="FK" vertex="1">
+           <mxGeometry height="30" width="30" as="geometry">
+             <mxRectangle height="30" width="30" as="alternateBounds" />
+           </mxGeometry>
+         </mxCell>
+         <mxCell id="yolWoft2z_0ZBsrmm8Kk-776" parent="yolWoft2z_0ZBsrmm8Kk-774" style="shape=partialRectangle;connectable=0;fillColor=none;top=0;left=0;bottom=0;right=0;align=left;spacingLeft=6;overflow=hidden;whiteSpace=wrap;html=1;" value="id_accesorio" vertex="1">
+           <mxGeometry height="30" width="150" x="30" as="geometry">
+             <mxRectangle height="30" width="150" as="alternateBounds" />
+           </mxGeometry>
+         </mxCell>
+         <mxCell id="yolWoft2z_0ZBsrmm8Kk-778" parent="yolWoft2z_0ZBsrmm8Kk-770" style="shape=tableRow;horizontal=0;startSize=0;swimlaneHead=0;swimlaneBody=0;fillColor=none;collapsible=0;dropTarget=0;points=[[0,0.5],[1,0.5]];portConstraint=eastwest;top=0;left=0;right=0;bottom=0;" value="" vertex="1">
+           <mxGeometry height="30" width="180" y="90" as="geometry" />
+         </mxCell>
+         <mxCell id="yolWoft2z_0ZBsrmm8Kk-779" parent="yolWoft2z_0ZBsrmm8Kk-778" style="shape=partialRectangle;connectable=0;fillColor=none;top=0;left=0;bottom=0;right=0;editable=1;overflow=hidden;whiteSpace=wrap;html=1;" value="" vertex="1">
+           <mxGeometry height="30" width="30" as="geometry">
+             <mxRectangle height="30" width="30" as="alternateBounds" />
+           </mxGeometry>
+         </mxCell>
+         <mxCell id="yolWoft2z_0ZBsrmm8Kk-780" parent="yolWoft2z_0ZBsrmm8Kk-778" style="shape=partialRectangle;connectable=0;fillColor=none;top=0;left=0;bottom=0;right=0;align=left;spacingLeft=6;overflow=hidden;whiteSpace=wrap;html=1;" value="precio_cobrado" vertex="1">
+           <mxGeometry height="30" width="150" x="30" as="geometry">
+             <mxRectangle height="30" width="150" as="alternateBounds" />
+           </mxGeometry>
+         </mxCell>
+         <mxCell id="yolWoft2z_0ZBsrmm8Kk-777" edge="1" parent="1" source="yolWoft2z_0ZBsrmm8Kk-774" style="edgeStyle=orthogonalEdgeStyle;rounded=0;orthogonalLoop=1;jettySize=auto;html=1;exitX=0;exitY=0.5;exitDx=0;exitDy=0;entryX=1;entryY=0.5;entryDx=0;entryDy=0;" target="yolWoft2z_0ZBsrmm8Kk-732">
+           <mxGeometry relative="1" as="geometry" />
+         </mxCell>
+         <mxCell id="yolWoft2z_0ZBsrmm8Kk-781" edge="1" parent="1" source="yolWoft2z_0ZBsrmm8Kk-728" style="edgeStyle=orthogonalEdgeStyle;rounded=0;orthogonalLoop=1;jettySize=auto;html=1;exitX=0;exitY=0.5;exitDx=0;exitDy=0;entryX=1;entryY=0.5;entryDx=0;entryDy=0;" target="yolWoft2z_0ZBsrmm8Kk-771">
+           <mxGeometry relative="1" as="geometry" />
+         </mxCell>
      </root>
    </mxGraphModel>
  </diagram>
</mxfile>
